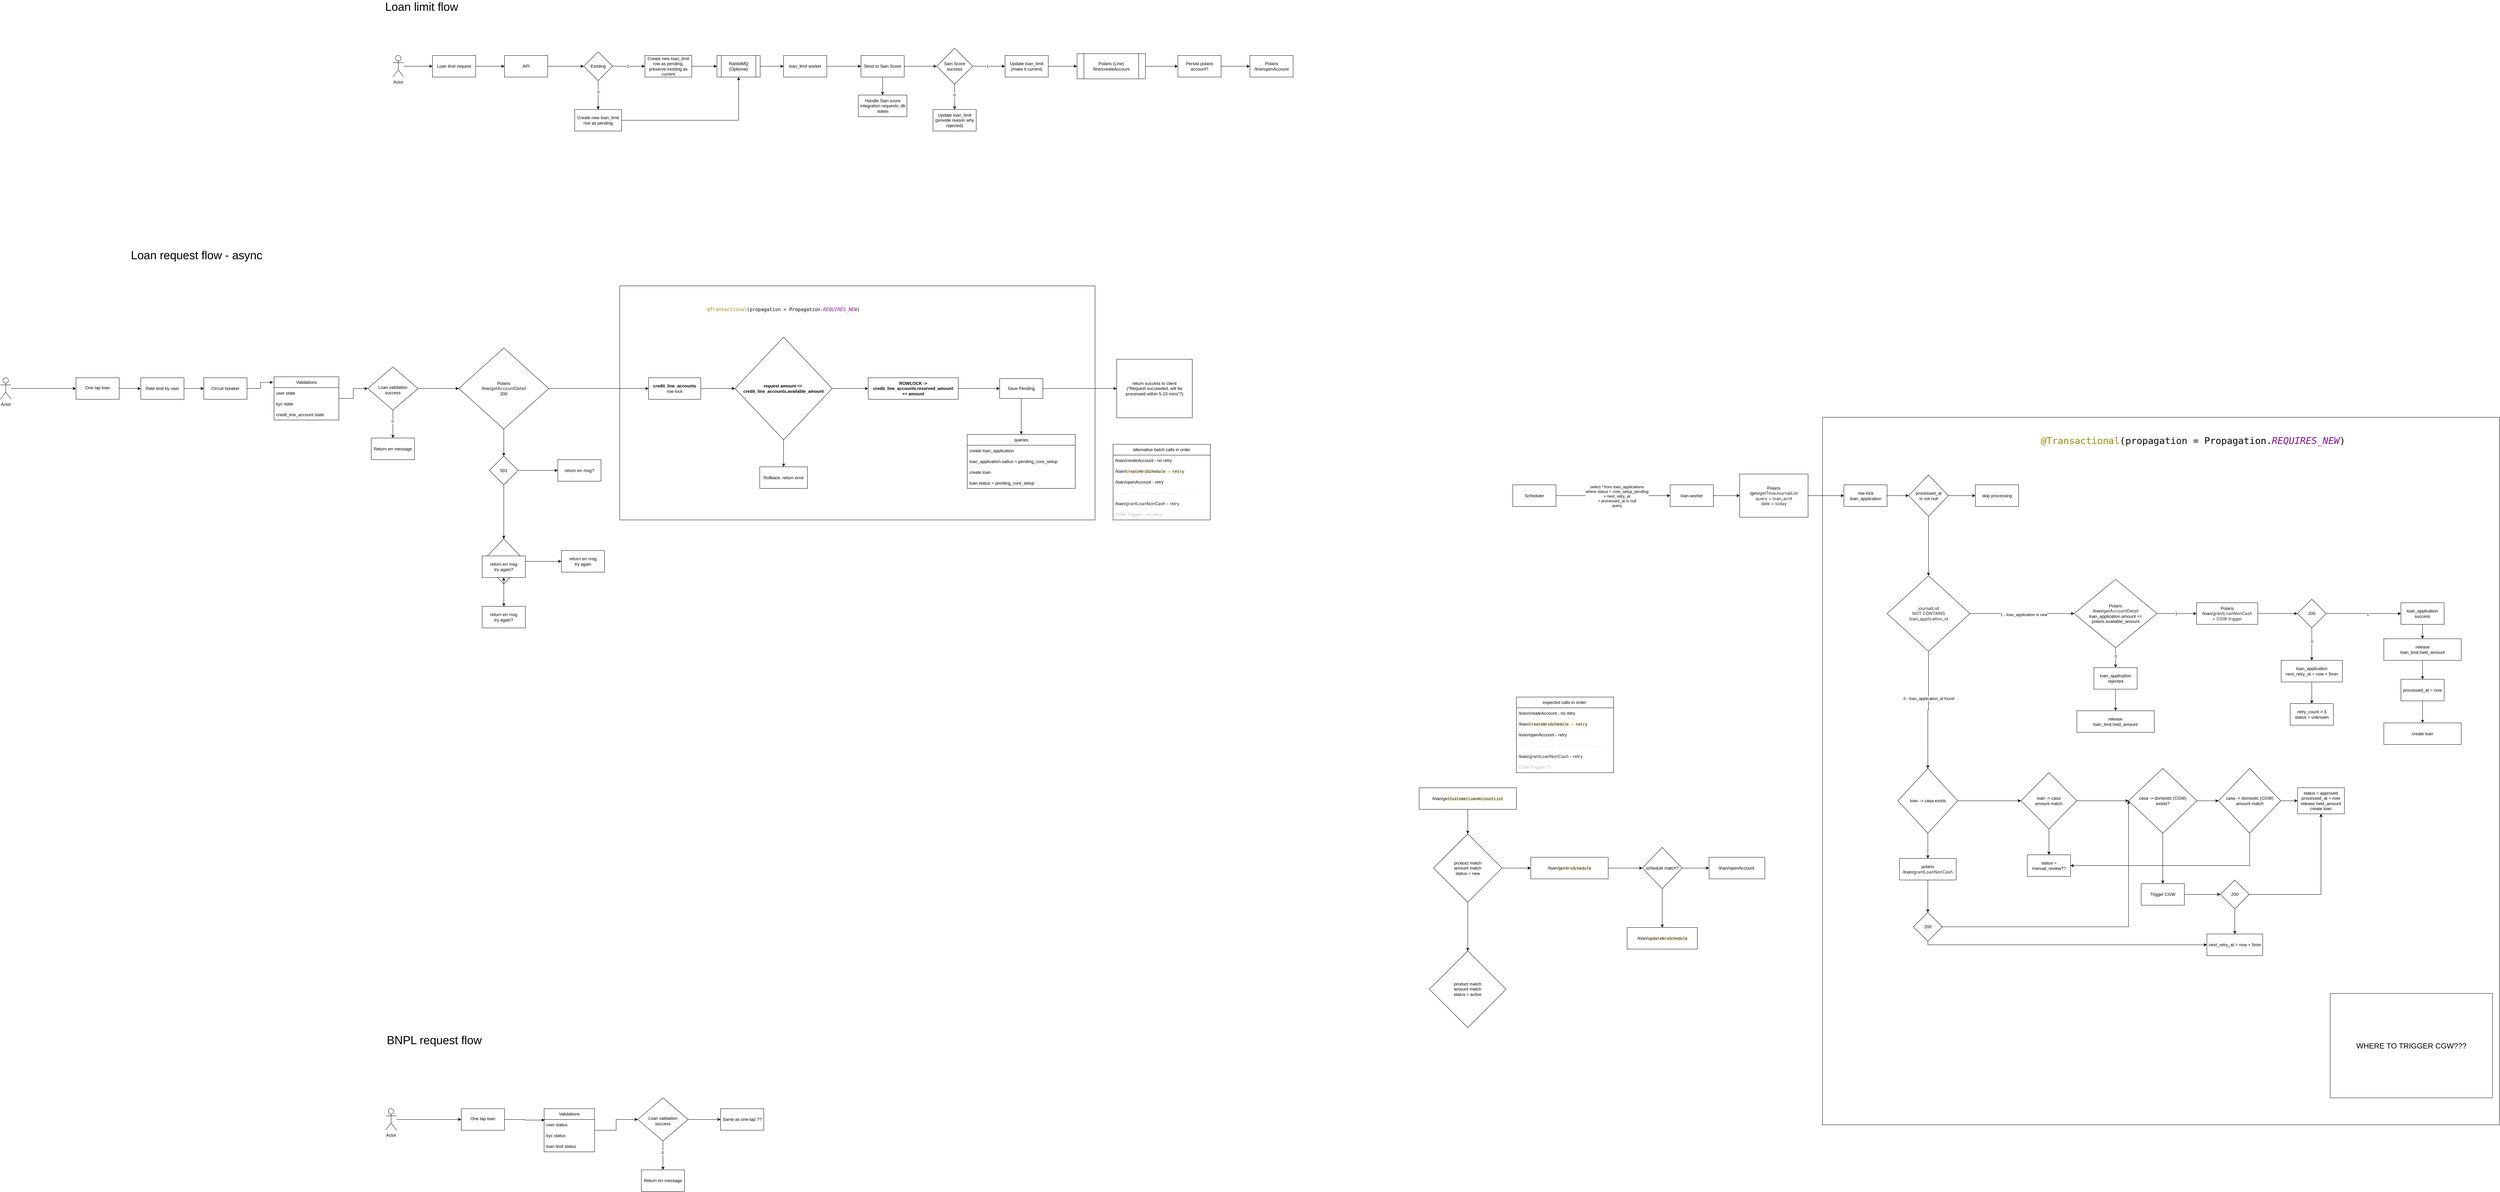
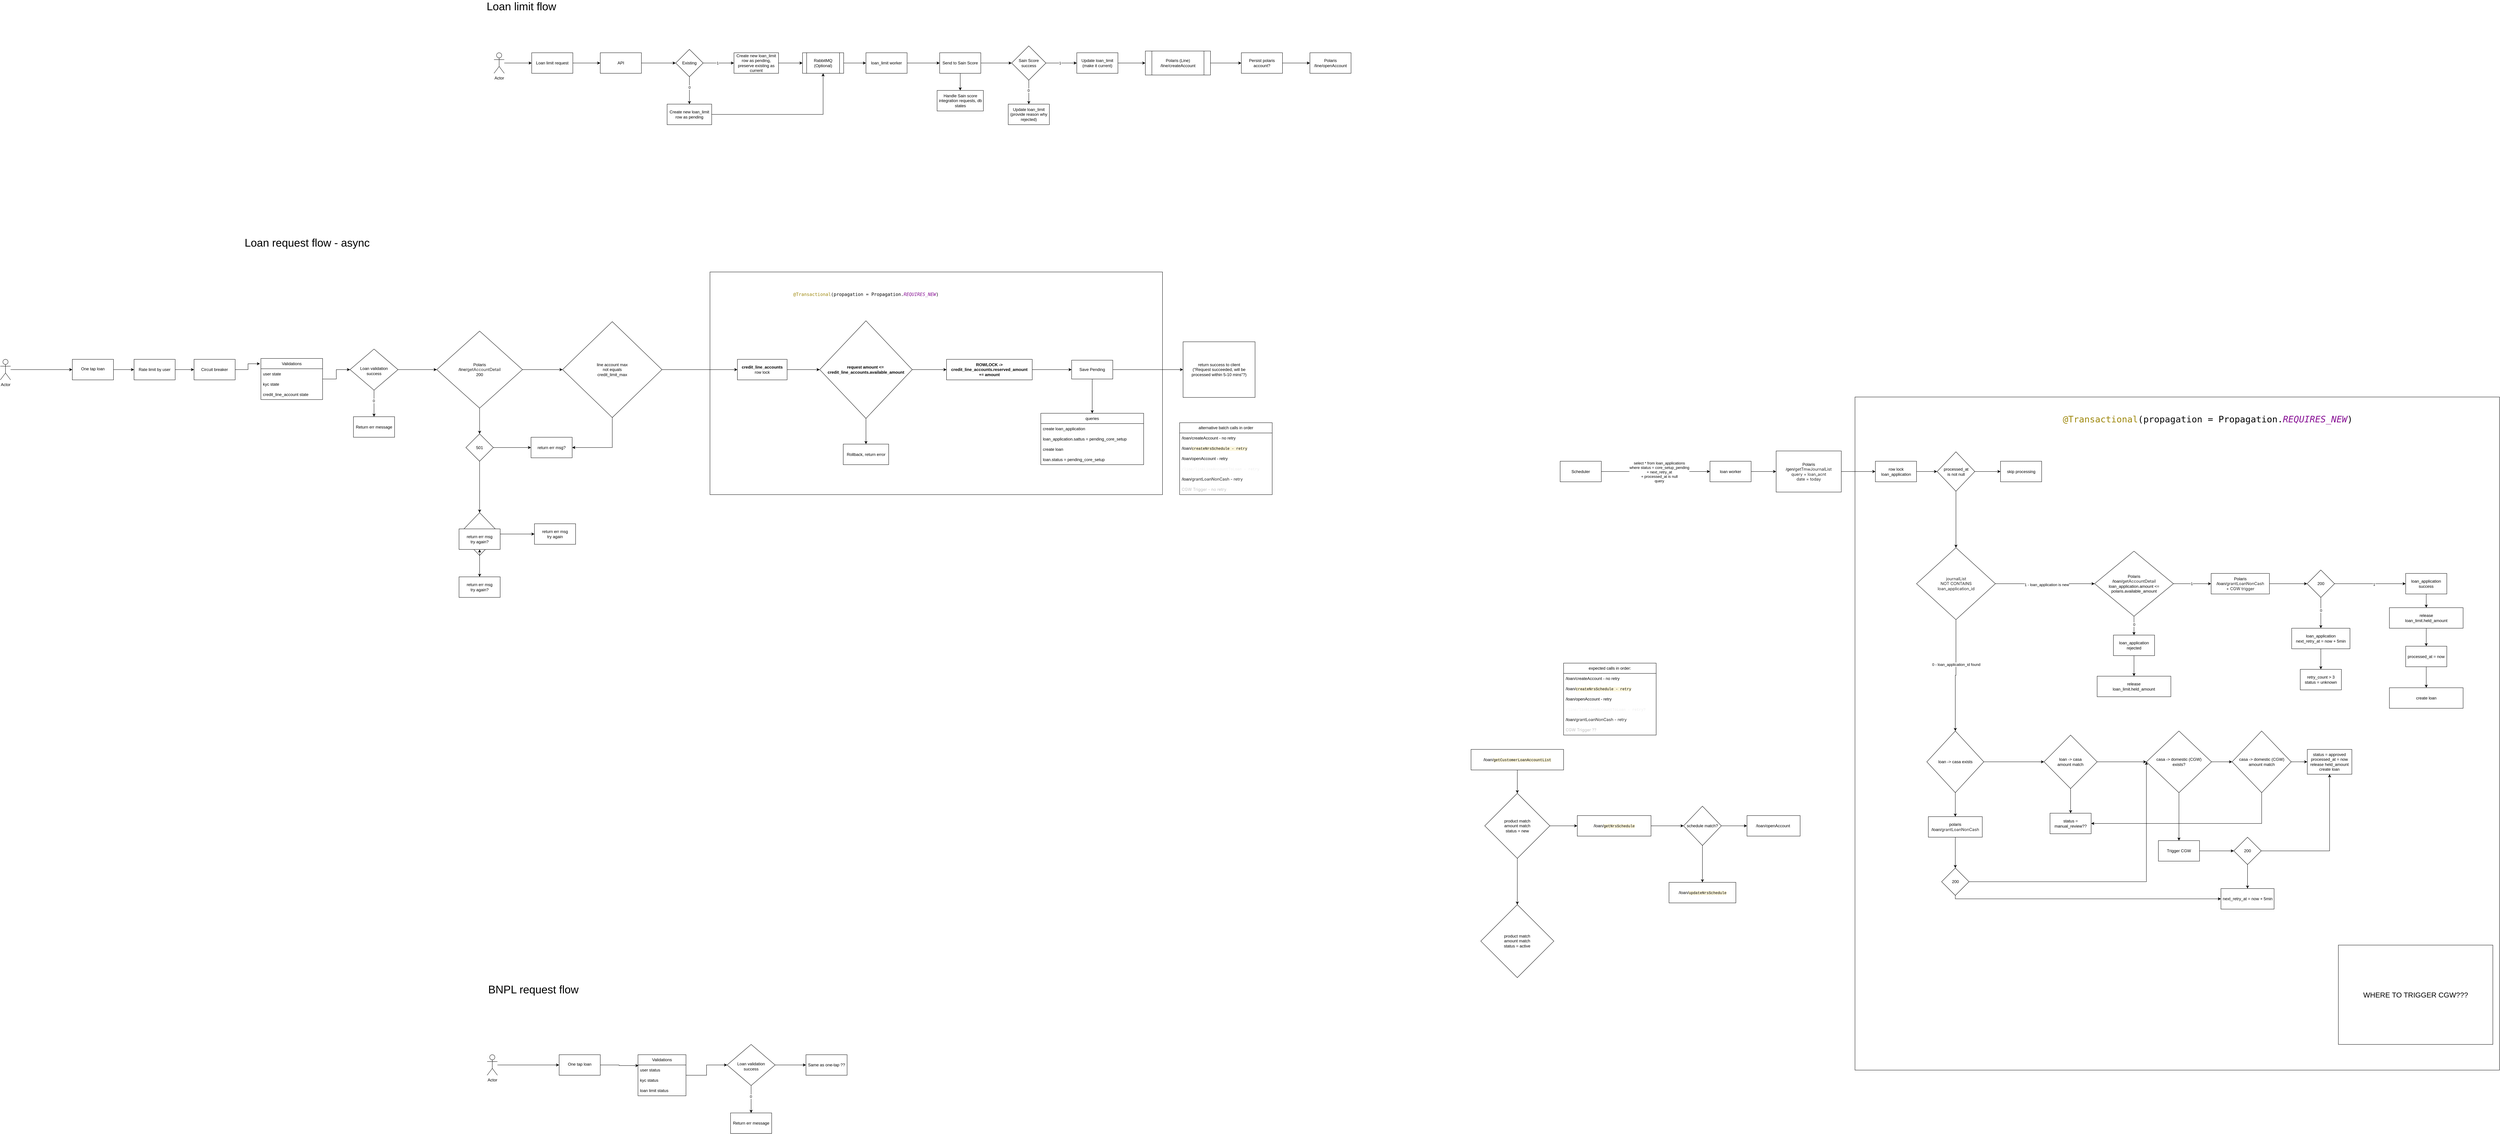
<mxfile host="app.diagrams.net">
  <diagram name="Page-1" id="VCBSuIh8bz7kurrQ0Zaz">
-     <mxGraphModel dx="3374" dy="979" grid="1" gridSize="10" guides="1" tooltips="1" connect="1" arrows="1" fold="1" page="1" pageScale="1" pageWidth="850" pageHeight="1100" math="0" shadow="0">
+     <mxGraphModel dx="3485" dy="1044" grid="1" gridSize="10" guides="1" tooltips="1" connect="1" arrows="1" fold="1" page="1" pageScale="1" pageWidth="850" pageHeight="1100" math="0" shadow="0">
      <root>
        <mxCell id="0" />
        <mxCell id="1" parent="0" />
        <mxCell id="In8fDh9ZLN2M87an2Miy-188" parent="1" style="rounded=0;whiteSpace=wrap;html=1;movable=0;resizable=0;rotatable=0;deletable=0;editable=0;locked=1;connectable=0;" value="" vertex="1">
          <mxGeometry height="1965" width="1880" x="4010" y="1215" as="geometry" />
        </mxCell>
        <mxCell id="In8fDh9ZLN2M87an2Miy-172" parent="1" style="rounded=0;whiteSpace=wrap;html=1;movable=0;resizable=0;rotatable=0;deletable=0;editable=0;locked=1;connectable=0;" value="" vertex="1">
          <mxGeometry height="650" width="1320" x="670" y="850" as="geometry" />
        </mxCell>
        <mxCell id="KqixbsF9o6dLofBvsG9t-5" edge="1" parent="1" source="KqixbsF9o6dLofBvsG9t-1" style="edgeStyle=orthogonalEdgeStyle;rounded=0;orthogonalLoop=1;jettySize=auto;html=1;" target="KqixbsF9o6dLofBvsG9t-4" value="">
          <mxGeometry relative="1" as="geometry" />
        </mxCell>
        <mxCell id="KqixbsF9o6dLofBvsG9t-1" parent="1" style="rounded=0;whiteSpace=wrap;html=1;" value="Loan limit request" vertex="1">
          <mxGeometry height="60" width="120" x="150" y="210" as="geometry" />
        </mxCell>
        <mxCell id="KqixbsF9o6dLofBvsG9t-3" edge="1" parent="1" source="KqixbsF9o6dLofBvsG9t-2" style="edgeStyle=orthogonalEdgeStyle;rounded=0;orthogonalLoop=1;jettySize=auto;html=1;" target="KqixbsF9o6dLofBvsG9t-1" value="">
          <mxGeometry relative="1" as="geometry" />
        </mxCell>
        <mxCell id="KqixbsF9o6dLofBvsG9t-2" parent="1" style="shape=umlActor;verticalLabelPosition=bottom;verticalAlign=top;html=1;outlineConnect=0;" value="Actor" vertex="1">
          <mxGeometry height="60" width="30" x="40" y="210" as="geometry" />
        </mxCell>
        <mxCell id="KqixbsF9o6dLofBvsG9t-9" edge="1" parent="1" source="KqixbsF9o6dLofBvsG9t-4" style="edgeStyle=orthogonalEdgeStyle;rounded=0;orthogonalLoop=1;jettySize=auto;html=1;" target="KqixbsF9o6dLofBvsG9t-8" value="">
          <mxGeometry relative="1" as="geometry" />
        </mxCell>
        <mxCell id="KqixbsF9o6dLofBvsG9t-4" parent="1" style="rounded=0;whiteSpace=wrap;html=1;" value="API" vertex="1">
          <mxGeometry height="60" width="120" x="350" y="210" as="geometry" />
        </mxCell>
        <mxCell id="KqixbsF9o6dLofBvsG9t-11" edge="1" parent="1" source="KqixbsF9o6dLofBvsG9t-8" style="edgeStyle=orthogonalEdgeStyle;rounded=0;orthogonalLoop=1;jettySize=auto;html=1;" target="KqixbsF9o6dLofBvsG9t-10" value="">
          <mxGeometry relative="1" as="geometry" />
        </mxCell>
        <mxCell id="KqixbsF9o6dLofBvsG9t-12" connectable="0" parent="KqixbsF9o6dLofBvsG9t-11" style="edgeLabel;html=1;align=center;verticalAlign=middle;resizable=0;points=[];" value="1" vertex="1">
          <mxGeometry relative="1" x="-0.079" as="geometry">
            <mxPoint as="offset" />
          </mxGeometry>
        </mxCell>
        <mxCell id="KqixbsF9o6dLofBvsG9t-14" edge="1" parent="1" source="KqixbsF9o6dLofBvsG9t-8" style="edgeStyle=orthogonalEdgeStyle;rounded=0;orthogonalLoop=1;jettySize=auto;html=1;" target="KqixbsF9o6dLofBvsG9t-13" value="">
          <mxGeometry relative="1" as="geometry" />
        </mxCell>
        <mxCell id="KqixbsF9o6dLofBvsG9t-15" connectable="0" parent="KqixbsF9o6dLofBvsG9t-14" style="edgeLabel;html=1;align=center;verticalAlign=middle;resizable=0;points=[];" value="0" vertex="1">
          <mxGeometry relative="1" x="-0.2407" as="geometry">
            <mxPoint as="offset" />
          </mxGeometry>
        </mxCell>
        <mxCell id="KqixbsF9o6dLofBvsG9t-8" parent="1" style="rhombus;whiteSpace=wrap;html=1;rounded=0;" value="Existing" vertex="1">
          <mxGeometry height="80" width="80" x="570" y="200" as="geometry" />
        </mxCell>
        <mxCell id="KqixbsF9o6dLofBvsG9t-23" edge="1" parent="1" source="KqixbsF9o6dLofBvsG9t-10" style="edgeStyle=orthogonalEdgeStyle;rounded=0;orthogonalLoop=1;jettySize=auto;html=1;" target="KqixbsF9o6dLofBvsG9t-22" value="">
          <mxGeometry relative="1" as="geometry" />
        </mxCell>
        <mxCell id="KqixbsF9o6dLofBvsG9t-10" parent="1" style="whiteSpace=wrap;html=1;rounded=0;" value="Create new loan_limit row as pending, preserve existing as current" vertex="1">
          <mxGeometry height="60" width="130" x="740" y="210" as="geometry" />
        </mxCell>
        <mxCell id="KqixbsF9o6dLofBvsG9t-26" edge="1" parent="1" source="KqixbsF9o6dLofBvsG9t-13" style="edgeStyle=orthogonalEdgeStyle;rounded=0;orthogonalLoop=1;jettySize=auto;html=1;entryX=0.5;entryY=1;entryDx=0;entryDy=0;" target="KqixbsF9o6dLofBvsG9t-22">
          <mxGeometry relative="1" as="geometry" />
        </mxCell>
        <mxCell id="KqixbsF9o6dLofBvsG9t-13" parent="1" style="whiteSpace=wrap;html=1;rounded=0;" value="Create new loan_limit row as pending" vertex="1">
          <mxGeometry height="60" width="130" x="545" y="360" as="geometry" />
        </mxCell>
        <mxCell id="KqixbsF9o6dLofBvsG9t-25" edge="1" parent="1" source="KqixbsF9o6dLofBvsG9t-22" style="edgeStyle=orthogonalEdgeStyle;rounded=0;orthogonalLoop=1;jettySize=auto;html=1;" target="KqixbsF9o6dLofBvsG9t-24" value="">
          <mxGeometry relative="1" as="geometry" />
        </mxCell>
        <mxCell id="KqixbsF9o6dLofBvsG9t-22" parent="1" style="shape=process;whiteSpace=wrap;html=1;backgroundOutline=1;rounded=0;" value="RabbitMQ (Optional)" vertex="1">
          <mxGeometry height="60" width="120" x="940" y="210" as="geometry" />
        </mxCell>
        <mxCell id="KqixbsF9o6dLofBvsG9t-28" edge="1" parent="1" source="KqixbsF9o6dLofBvsG9t-24" style="edgeStyle=orthogonalEdgeStyle;rounded=0;orthogonalLoop=1;jettySize=auto;html=1;" target="KqixbsF9o6dLofBvsG9t-27" value="">
          <mxGeometry relative="1" as="geometry" />
        </mxCell>
        <mxCell id="KqixbsF9o6dLofBvsG9t-24" parent="1" style="whiteSpace=wrap;html=1;rounded=0;" value="loan_limit worker" vertex="1">
          <mxGeometry height="60" width="120" x="1125" y="210" as="geometry" />
        </mxCell>
        <mxCell id="KqixbsF9o6dLofBvsG9t-30" edge="1" parent="1" source="KqixbsF9o6dLofBvsG9t-27" style="edgeStyle=orthogonalEdgeStyle;rounded=0;orthogonalLoop=1;jettySize=auto;html=1;" target="KqixbsF9o6dLofBvsG9t-29" value="">
          <mxGeometry relative="1" as="geometry" />
        </mxCell>
        <mxCell id="KqixbsF9o6dLofBvsG9t-38" edge="1" parent="1" source="KqixbsF9o6dLofBvsG9t-27" style="edgeStyle=orthogonalEdgeStyle;rounded=0;orthogonalLoop=1;jettySize=auto;html=1;" target="KqixbsF9o6dLofBvsG9t-37" value="">
          <mxGeometry relative="1" as="geometry" />
        </mxCell>
        <mxCell id="KqixbsF9o6dLofBvsG9t-27" parent="1" style="whiteSpace=wrap;html=1;rounded=0;" value="Send to Sain Score" vertex="1">
          <mxGeometry height="60" width="120" x="1340" y="210" as="geometry" />
        </mxCell>
        <mxCell id="KqixbsF9o6dLofBvsG9t-32" edge="1" parent="1" source="KqixbsF9o6dLofBvsG9t-29" style="edgeStyle=orthogonalEdgeStyle;rounded=0;orthogonalLoop=1;jettySize=auto;html=1;" target="KqixbsF9o6dLofBvsG9t-31" value="">
          <mxGeometry relative="1" as="geometry" />
        </mxCell>
        <mxCell id="KqixbsF9o6dLofBvsG9t-33" connectable="0" parent="KqixbsF9o6dLofBvsG9t-32" style="edgeLabel;html=1;align=center;verticalAlign=middle;resizable=0;points=[];" value="1" vertex="1">
          <mxGeometry relative="1" x="-0.1048" as="geometry">
            <mxPoint as="offset" />
          </mxGeometry>
        </mxCell>
        <mxCell id="KqixbsF9o6dLofBvsG9t-35" edge="1" parent="1" source="KqixbsF9o6dLofBvsG9t-29" style="edgeStyle=orthogonalEdgeStyle;rounded=0;orthogonalLoop=1;jettySize=auto;html=1;" target="KqixbsF9o6dLofBvsG9t-34" value="">
          <mxGeometry relative="1" as="geometry" />
        </mxCell>
        <mxCell id="KqixbsF9o6dLofBvsG9t-36" connectable="0" parent="KqixbsF9o6dLofBvsG9t-35" style="edgeLabel;html=1;align=center;verticalAlign=middle;resizable=0;points=[];" value="0" vertex="1">
          <mxGeometry relative="1" x="-0.1429" y="-1" as="geometry">
            <mxPoint as="offset" />
          </mxGeometry>
        </mxCell>
        <mxCell id="KqixbsF9o6dLofBvsG9t-29" parent="1" style="rhombus;whiteSpace=wrap;html=1;rounded=0;" value="Sain Score success" vertex="1">
          <mxGeometry height="100" width="100" x="1550" y="190" as="geometry" />
        </mxCell>
        <mxCell id="KqixbsF9o6dLofBvsG9t-66" edge="1" parent="1" source="KqixbsF9o6dLofBvsG9t-31" style="edgeStyle=orthogonalEdgeStyle;rounded=0;orthogonalLoop=1;jettySize=auto;html=1;" target="KqixbsF9o6dLofBvsG9t-65" value="">
          <mxGeometry relative="1" as="geometry" />
        </mxCell>
        <mxCell id="KqixbsF9o6dLofBvsG9t-31" parent="1" style="whiteSpace=wrap;html=1;rounded=0;" value="Update loan_limit (make it current)" vertex="1">
          <mxGeometry height="60" width="120" x="1740" y="210" as="geometry" />
        </mxCell>
        <mxCell id="KqixbsF9o6dLofBvsG9t-34" parent="1" style="whiteSpace=wrap;html=1;rounded=0;" value="Update loan_limit&lt;br&gt;(provide reason why rejected)" vertex="1">
          <mxGeometry height="60" width="120" x="1540" y="360" as="geometry" />
        </mxCell>
        <mxCell id="KqixbsF9o6dLofBvsG9t-37" parent="1" style="whiteSpace=wrap;html=1;rounded=0;" value="Handle Sain score integration requests, db states" vertex="1">
          <mxGeometry height="60" width="135" x="1332.5" y="320" as="geometry" />
        </mxCell>
        <mxCell id="KqixbsF9o6dLofBvsG9t-40" parent="1" style="text;html=1;whiteSpace=wrap;strokeColor=none;fillColor=none;align=center;verticalAlign=middle;rounded=0;fontSize=32;" value="Loan limit flow" vertex="1">
          <mxGeometry height="30" width="260" x="-10" y="60" as="geometry" />
        </mxCell>
        <mxCell id="KqixbsF9o6dLofBvsG9t-74" edge="1" parent="1" source="KqixbsF9o6dLofBvsG9t-65" style="edgeStyle=orthogonalEdgeStyle;rounded=0;orthogonalLoop=1;jettySize=auto;html=1;" target="KqixbsF9o6dLofBvsG9t-73" value="">
          <mxGeometry relative="1" as="geometry" />
        </mxCell>
        <mxCell id="KqixbsF9o6dLofBvsG9t-65" parent="1" style="shape=process;whiteSpace=wrap;html=1;backgroundOutline=1;rounded=0;" value="Polaris (Line)&lt;br&gt;/line/createAccount" vertex="1">
          <mxGeometry height="70" width="190" x="1940" y="205" as="geometry" />
        </mxCell>
        <mxCell id="P7TJZT1PVnBYbLh7lMs1-4" edge="1" parent="1" source="KqixbsF9o6dLofBvsG9t-73" style="edgeStyle=orthogonalEdgeStyle;rounded=0;orthogonalLoop=1;jettySize=auto;html=1;" target="P7TJZT1PVnBYbLh7lMs1-3" value="">
          <mxGeometry relative="1" as="geometry" />
        </mxCell>
        <mxCell id="KqixbsF9o6dLofBvsG9t-73" parent="1" style="whiteSpace=wrap;html=1;rounded=0;" value="Persist polaris account?" vertex="1">
          <mxGeometry height="60" width="120" x="2220" y="210" as="geometry" />
        </mxCell>
        <mxCell id="U8Ajh8Gpa-m2DNKNFQys-1" parent="1" style="text;html=1;whiteSpace=wrap;strokeColor=none;fillColor=none;align=center;verticalAlign=middle;rounded=0;fontSize=32;" value="Loan request flow - async" vertex="1">
          <mxGeometry height="30" width="590" x="-800" y="750" as="geometry" />
        </mxCell>
        <mxCell id="In8fDh9ZLN2M87an2Miy-1" edge="1" parent="1" source="In8fDh9ZLN2M87an2Miy-2" style="edgeStyle=orthogonalEdgeStyle;rounded=0;orthogonalLoop=1;jettySize=auto;html=1;" target="In8fDh9ZLN2M87an2Miy-4" value="">
          <mxGeometry relative="1" as="geometry" />
        </mxCell>
        <mxCell id="In8fDh9ZLN2M87an2Miy-2" parent="1" style="shape=umlActor;verticalLabelPosition=bottom;verticalAlign=top;html=1;outlineConnect=0;" value="Actor" vertex="1">
-           <mxGeometry height="60" width="30" x="-1050" y="1105" as="geometry" />
+           <mxGeometry height="60" width="30" x="-1400" y="1105" as="geometry" />
        </mxCell>
        <mxCell id="P7TJZT1PVnBYbLh7lMs1-42" edge="1" parent="1" source="In8fDh9ZLN2M87an2Miy-4" style="edgeStyle=orthogonalEdgeStyle;rounded=0;orthogonalLoop=1;jettySize=auto;html=1;" target="P7TJZT1PVnBYbLh7lMs1-41" value="">
          <mxGeometry relative="1" as="geometry" />
        </mxCell>
        <mxCell id="In8fDh9ZLN2M87an2Miy-4" parent="1" style="whiteSpace=wrap;html=1;verticalAlign=top;" value="&lt;div&gt;&lt;br&gt;&lt;/div&gt;&lt;div&gt;One tap loan&lt;/div&gt;" vertex="1">
-           <mxGeometry height="60" width="120" x="-840" y="1105" as="geometry" />
+           <mxGeometry height="60" width="120" x="-1190" y="1105" as="geometry" />
        </mxCell>
        <mxCell id="In8fDh9ZLN2M87an2Miy-7" edge="1" parent="1" source="In8fDh9ZLN2M87an2Miy-9" style="edgeStyle=orthogonalEdgeStyle;rounded=0;orthogonalLoop=1;jettySize=auto;html=1;" target="In8fDh9ZLN2M87an2Miy-13" value="">
          <mxGeometry relative="1" as="geometry" />
        </mxCell>
        <mxCell id="In8fDh9ZLN2M87an2Miy-8" connectable="0" parent="In8fDh9ZLN2M87an2Miy-7" style="edgeLabel;html=1;align=center;verticalAlign=middle;resizable=0;points=[];" value="0" vertex="1">
          <mxGeometry relative="1" x="-0.2091" y="-1" as="geometry">
            <mxPoint as="offset" />
          </mxGeometry>
        </mxCell>
        <mxCell id="P7TJZT1PVnBYbLh7lMs1-56" edge="1" parent="1" source="In8fDh9ZLN2M87an2Miy-9" style="edgeStyle=orthogonalEdgeStyle;rounded=0;orthogonalLoop=1;jettySize=auto;html=1;entryX=0;entryY=0.5;entryDx=0;entryDy=0;" target="In8fDh9ZLN2M87an2Miy-228">
          <mxGeometry relative="1" as="geometry" />
        </mxCell>
        <mxCell id="In8fDh9ZLN2M87an2Miy-9" parent="1" style="rhombus;whiteSpace=wrap;html=1;verticalAlign=top;" value="&lt;br&gt;&lt;br&gt;&lt;div&gt;&lt;br&gt;&lt;/div&gt;&lt;div&gt;Loan validation&lt;br&gt;success&lt;/div&gt;" vertex="1">
-           <mxGeometry height="120" width="140" x="-30" y="1075" as="geometry" />
+           <mxGeometry height="120" width="140" x="-380" y="1075" as="geometry" />
        </mxCell>
        <mxCell id="In8fDh9ZLN2M87an2Miy-10" edge="1" parent="1" source="In8fDh9ZLN2M87an2Miy-12" style="edgeStyle=orthogonalEdgeStyle;rounded=0;orthogonalLoop=1;jettySize=auto;html=1;entryX=0.5;entryY=0;entryDx=0;entryDy=0;" target="In8fDh9ZLN2M87an2Miy-14">
          <mxGeometry relative="1" as="geometry" />
        </mxCell>
        <mxCell id="In8fDh9ZLN2M87an2Miy-54" edge="1" parent="1" source="In8fDh9ZLN2M87an2Miy-105" style="edgeStyle=orthogonalEdgeStyle;rounded=0;orthogonalLoop=1;jettySize=auto;html=1;exitX=1;exitY=0.5;exitDx=0;exitDy=0;" target="In8fDh9ZLN2M87an2Miy-53" value="">
          <mxGeometry relative="1" as="geometry">
            <mxPoint x="3329.5" y="1432.5" as="sourcePoint" />
          </mxGeometry>
        </mxCell>
        <mxCell id="In8fDh9ZLN2M87an2Miy-55" connectable="0" parent="In8fDh9ZLN2M87an2Miy-54" style="edgeLabel;html=1;align=center;verticalAlign=middle;resizable=0;points=[];" value="select * from loan_applications&lt;br&gt;where status = core_setup_pending&lt;br&gt;+ next_retry_at&lt;br&gt;+ processed_at is null&lt;br&gt;query" vertex="1">
          <mxGeometry relative="1" x="0.0637" y="-1" as="geometry">
            <mxPoint as="offset" />
          </mxGeometry>
        </mxCell>
        <mxCell id="In8fDh9ZLN2M87an2Miy-246" edge="1" parent="1" source="In8fDh9ZLN2M87an2Miy-12" style="edgeStyle=orthogonalEdgeStyle;rounded=0;orthogonalLoop=1;jettySize=auto;html=1;entryX=0;entryY=0.5;entryDx=0;entryDy=0;" target="In8fDh9ZLN2M87an2Miy-185">
          <mxGeometry relative="1" as="geometry">
            <mxPoint x="2120" y="1137" as="targetPoint" />
          </mxGeometry>
        </mxCell>
        <mxCell id="In8fDh9ZLN2M87an2Miy-12" parent="1" style="whiteSpace=wrap;html=1;verticalAlign=middle;" value="Save Pending" vertex="1">
          <mxGeometry height="55" width="120" x="1725" y="1107.5" as="geometry" />
        </mxCell>
        <mxCell id="In8fDh9ZLN2M87an2Miy-13" parent="1" style="whiteSpace=wrap;html=1;verticalAlign=middle;" value="Return err message" vertex="1">
-           <mxGeometry height="60" width="120" x="-20" y="1272.5" as="geometry" />
+           <mxGeometry height="60" width="120" x="-370" y="1272.5" as="geometry" />
        </mxCell>
        <mxCell id="In8fDh9ZLN2M87an2Miy-14" parent="1" style="swimlane;fontStyle=0;childLayout=stackLayout;horizontal=1;startSize=30;horizontalStack=0;resizeParent=1;resizeParentMax=0;resizeLast=0;collapsible=1;marginBottom=0;whiteSpace=wrap;html=1;" value="queries" vertex="1">
          <mxGeometry height="150" width="300" x="1635" y="1262.5" as="geometry" />
        </mxCell>
        <mxCell id="In8fDh9ZLN2M87an2Miy-15" parent="In8fDh9ZLN2M87an2Miy-14" style="text;strokeColor=none;fillColor=none;align=left;verticalAlign=middle;spacingLeft=4;spacingRight=4;overflow=hidden;points=[[0,0.5],[1,0.5]];portConstraint=eastwest;rotatable=0;whiteSpace=wrap;html=1;" value="create loan_application" vertex="1">
          <mxGeometry height="30" width="300" y="30" as="geometry" />
        </mxCell>
        <mxCell id="In8fDh9ZLN2M87an2Miy-104" parent="In8fDh9ZLN2M87an2Miy-14" style="text;strokeColor=none;fillColor=none;align=left;verticalAlign=middle;spacingLeft=4;spacingRight=4;overflow=hidden;points=[[0,0.5],[1,0.5]];portConstraint=eastwest;rotatable=0;whiteSpace=wrap;html=1;" value="loan_application.sattus = pending_core_setup" vertex="1">
          <mxGeometry height="30" width="300" y="60" as="geometry" />
        </mxCell>
        <mxCell id="In8fDh9ZLN2M87an2Miy-17" parent="In8fDh9ZLN2M87an2Miy-14" style="text;strokeColor=none;fillColor=none;align=left;verticalAlign=middle;spacingLeft=4;spacingRight=4;overflow=hidden;points=[[0,0.5],[1,0.5]];portConstraint=eastwest;rotatable=0;whiteSpace=wrap;html=1;" value="create loan" vertex="1">
          <mxGeometry height="30" width="300" y="90" as="geometry" />
        </mxCell>
        <mxCell id="P7TJZT1PVnBYbLh7lMs1-40" parent="In8fDh9ZLN2M87an2Miy-14" style="text;strokeColor=none;fillColor=none;align=left;verticalAlign=middle;spacingLeft=4;spacingRight=4;overflow=hidden;points=[[0,0.5],[1,0.5]];portConstraint=eastwest;rotatable=0;whiteSpace=wrap;html=1;" value="loan.status = pending_core_setup" vertex="1">
          <mxGeometry height="30" width="300" y="120" as="geometry" />
        </mxCell>
        <mxCell id="In8fDh9ZLN2M87an2Miy-32" edge="1" parent="1" source="In8fDh9ZLN2M87an2Miy-27" style="edgeStyle=orthogonalEdgeStyle;rounded=0;orthogonalLoop=1;jettySize=auto;html=1;entryX=0;entryY=0.5;entryDx=0;entryDy=0;" target="In8fDh9ZLN2M87an2Miy-9">
          <mxGeometry relative="1" as="geometry" />
        </mxCell>
        <mxCell id="In8fDh9ZLN2M87an2Miy-27" parent="1" style="swimlane;fontStyle=0;childLayout=stackLayout;horizontal=1;startSize=30;horizontalStack=0;resizeParent=1;resizeParentMax=0;resizeLast=0;collapsible=1;marginBottom=0;whiteSpace=wrap;html=1;" value="Validations" vertex="1">
-           <mxGeometry height="120" width="180" x="-290" y="1102.5" as="geometry" />
+           <mxGeometry height="120" width="180" x="-640" y="1102.5" as="geometry" />
        </mxCell>
        <mxCell id="In8fDh9ZLN2M87an2Miy-28" parent="In8fDh9ZLN2M87an2Miy-27" style="text;strokeColor=none;fillColor=none;align=left;verticalAlign=middle;spacingLeft=4;spacingRight=4;overflow=hidden;points=[[0,0.5],[1,0.5]];portConstraint=eastwest;rotatable=0;whiteSpace=wrap;html=1;" value="user state" vertex="1">
          <mxGeometry height="30" width="180" y="30" as="geometry" />
        </mxCell>
        <mxCell id="In8fDh9ZLN2M87an2Miy-29" parent="In8fDh9ZLN2M87an2Miy-27" style="text;strokeColor=none;fillColor=none;align=left;verticalAlign=middle;spacingLeft=4;spacingRight=4;overflow=hidden;points=[[0,0.5],[1,0.5]];portConstraint=eastwest;rotatable=0;whiteSpace=wrap;html=1;" value="kyc state" vertex="1">
          <mxGeometry height="30" width="180" y="60" as="geometry" />
        </mxCell>
        <mxCell id="In8fDh9ZLN2M87an2Miy-33" parent="In8fDh9ZLN2M87an2Miy-27" style="text;strokeColor=none;fillColor=none;align=left;verticalAlign=middle;spacingLeft=4;spacingRight=4;overflow=hidden;points=[[0,0.5],[1,0.5]];portConstraint=eastwest;rotatable=0;whiteSpace=wrap;html=1;" value="credit_line_account state" vertex="1">
          <mxGeometry height="30" width="180" y="90" as="geometry" />
        </mxCell>
        <mxCell id="In8fDh9ZLN2M87an2Miy-116" edge="1" parent="1" source="In8fDh9ZLN2M87an2Miy-53" style="edgeStyle=orthogonalEdgeStyle;rounded=0;orthogonalLoop=1;jettySize=auto;html=1;entryX=0;entryY=0.5;entryDx=0;entryDy=0;" target="In8fDh9ZLN2M87an2Miy-68">
          <mxGeometry relative="1" as="geometry" />
        </mxCell>
        <mxCell id="In8fDh9ZLN2M87an2Miy-53" parent="1" style="whiteSpace=wrap;html=1;" value="loan worker" vertex="1">
          <mxGeometry height="60" width="120" x="3587" y="1402.5" as="geometry" />
        </mxCell>
        <mxCell id="In8fDh9ZLN2M87an2Miy-67" edge="1" parent="1" source="In8fDh9ZLN2M87an2Miy-58" style="edgeStyle=orthogonalEdgeStyle;rounded=0;orthogonalLoop=1;jettySize=auto;html=1;entryX=0;entryY=0.5;entryDx=0;entryDy=0;" target="In8fDh9ZLN2M87an2Miy-66" value="">
          <mxGeometry relative="1" as="geometry">
            <mxPoint x="5343.87" y="1760" as="targetPoint" />
          </mxGeometry>
        </mxCell>
        <mxCell id="In8fDh9ZLN2M87an2Miy-58" parent="1" style="whiteSpace=wrap;html=1;" value="Polaris /loan/&lt;span style=&quot;color: rgb(33, 33, 33); font-family: Inter, system-ui, -apple-system, &amp;quot;system-ui&amp;quot;, &amp;quot;Segoe UI&amp;quot;, Roboto, Oxygen, Ubuntu, Cantarell, &amp;quot;Fira Sans&amp;quot;, &amp;quot;Droid Sans&amp;quot;, Helvetica, Arial, sans-serif; text-align: left; white-space: pre-wrap; background-color: rgb(255, 255, 255);&quot;&gt;grantLoanNonCash&lt;br/&gt;+ CGW trigger&lt;/span&gt;" vertex="1">
          <mxGeometry height="60" width="170" x="5048.87" y="1730" as="geometry" />
        </mxCell>
        <mxCell id="In8fDh9ZLN2M87an2Miy-62" edge="1" parent="1" source="In8fDh9ZLN2M87an2Miy-59" style="edgeStyle=orthogonalEdgeStyle;rounded=0;orthogonalLoop=1;jettySize=auto;html=1;" target="In8fDh9ZLN2M87an2Miy-61" value="">
          <mxGeometry relative="1" as="geometry" />
        </mxCell>
        <mxCell id="In8fDh9ZLN2M87an2Miy-91" connectable="0" parent="In8fDh9ZLN2M87an2Miy-62" style="edgeLabel;html=1;align=center;verticalAlign=middle;resizable=0;points=[];" value="0" vertex="1">
          <mxGeometry relative="1" x="-0.1431" as="geometry">
            <mxPoint as="offset" />
          </mxGeometry>
        </mxCell>
        <mxCell id="In8fDh9ZLN2M87an2Miy-65" edge="1" parent="1" source="In8fDh9ZLN2M87an2Miy-59" style="edgeStyle=orthogonalEdgeStyle;rounded=0;orthogonalLoop=1;jettySize=auto;html=1;" target="In8fDh9ZLN2M87an2Miy-58">
          <mxGeometry relative="1" as="geometry" />
        </mxCell>
        <mxCell id="In8fDh9ZLN2M87an2Miy-90" connectable="0" parent="In8fDh9ZLN2M87an2Miy-65" style="edgeLabel;html=1;align=center;verticalAlign=middle;resizable=0;points=[];" value="1" vertex="1">
          <mxGeometry relative="1" x="-0.0451" as="geometry">
            <mxPoint as="offset" />
          </mxGeometry>
        </mxCell>
        <mxCell id="In8fDh9ZLN2M87an2Miy-59" parent="1" style="rhombus;whiteSpace=wrap;html=1;" value="Polaris&lt;br&gt;/loan/&lt;span style=&quot;color: rgb(33, 33, 33); font-family: Inter, system-ui, -apple-system, &amp;quot;system-ui&amp;quot;, &amp;quot;Segoe UI&amp;quot;, Roboto, Oxygen, Ubuntu, Cantarell, &amp;quot;Fira Sans&amp;quot;, &amp;quot;Droid Sans&amp;quot;, Helvetica, Arial, sans-serif; text-align: left; white-space: pre-wrap; background-color: rgb(255, 255, 255);&quot;&gt;getAccountDetail&lt;/span&gt;&lt;br&gt;loan_application.amount &amp;lt;= polaris.available_amount" vertex="1">
          <mxGeometry height="190" width="230" x="4708.87" y="1665" as="geometry" />
        </mxCell>
        <mxCell id="In8fDh9ZLN2M87an2Miy-64" edge="1" parent="1" source="In8fDh9ZLN2M87an2Miy-61" style="edgeStyle=orthogonalEdgeStyle;rounded=0;orthogonalLoop=1;jettySize=auto;html=1;" target="In8fDh9ZLN2M87an2Miy-63" value="">
          <mxGeometry relative="1" as="geometry" />
        </mxCell>
        <mxCell id="In8fDh9ZLN2M87an2Miy-61" parent="1" style="whiteSpace=wrap;html=1;" value="loan_application&lt;br&gt;rejected" vertex="1">
          <mxGeometry height="60" width="120" x="4763.87" y="1910" as="geometry" />
        </mxCell>
        <mxCell id="In8fDh9ZLN2M87an2Miy-63" parent="1" style="whiteSpace=wrap;html=1;" value="release &lt;br&gt;loan_limit.held_amount" vertex="1">
          <mxGeometry height="60" width="215" x="4716.37" y="2030" as="geometry" />
        </mxCell>
        <mxCell id="In8fDh9ZLN2M87an2Miy-81" edge="1" parent="1" source="In8fDh9ZLN2M87an2Miy-66" style="edgeStyle=orthogonalEdgeStyle;rounded=0;orthogonalLoop=1;jettySize=auto;html=1;entryX=0;entryY=0.5;entryDx=0;entryDy=0;" target="In8fDh9ZLN2M87an2Miy-79">
          <mxGeometry relative="1" as="geometry" />
        </mxCell>
        <mxCell id="In8fDh9ZLN2M87an2Miy-92" connectable="0" parent="In8fDh9ZLN2M87an2Miy-81" style="edgeLabel;html=1;align=center;verticalAlign=middle;resizable=0;points=[];" value="1" vertex="1">
          <mxGeometry relative="1" x="0.1055" y="-2" as="geometry">
            <mxPoint as="offset" />
          </mxGeometry>
        </mxCell>
        <mxCell id="In8fDh9ZLN2M87an2Miy-83" edge="1" parent="1" source="In8fDh9ZLN2M87an2Miy-66" style="edgeStyle=orthogonalEdgeStyle;rounded=0;orthogonalLoop=1;jettySize=auto;html=1;" target="In8fDh9ZLN2M87an2Miy-82" value="">
          <mxGeometry relative="1" as="geometry" />
        </mxCell>
        <mxCell id="In8fDh9ZLN2M87an2Miy-93" connectable="0" parent="In8fDh9ZLN2M87an2Miy-83" style="edgeLabel;html=1;align=center;verticalAlign=middle;resizable=0;points=[];" value="0" vertex="1">
          <mxGeometry relative="1" x="-0.1623" as="geometry">
            <mxPoint as="offset" />
          </mxGeometry>
        </mxCell>
        <mxCell id="In8fDh9ZLN2M87an2Miy-66" parent="1" style="rhombus;whiteSpace=wrap;html=1;" value="200" vertex="1">
          <mxGeometry height="80" width="80" x="5328.87" y="1720" as="geometry" />
        </mxCell>
        <mxCell id="In8fDh9ZLN2M87an2Miy-119" edge="1" parent="1" source="In8fDh9ZLN2M87an2Miy-68" style="edgeStyle=orthogonalEdgeStyle;rounded=0;orthogonalLoop=1;jettySize=auto;html=1;" target="In8fDh9ZLN2M87an2Miy-118" value="">
          <mxGeometry relative="1" as="geometry" />
        </mxCell>
        <mxCell id="In8fDh9ZLN2M87an2Miy-68" parent="1" style="whiteSpace=wrap;html=1;" value="Polaris&lt;br&gt;/gen/&lt;span style=&quot;white-space: pre-wrap; color: rgb(33, 33, 33); font-family: Inter, system-ui, -apple-system, &amp;quot;system-ui&amp;quot;, &amp;quot;Segoe UI&amp;quot;, Roboto, Oxygen, Ubuntu, Cantarell, &amp;quot;Fira Sans&amp;quot;, &amp;quot;Droid Sans&amp;quot;, Helvetica, Arial, sans-serif; text-align: left; background-color: rgb(255, 255, 255);&quot;&gt;getTmwJournalList&lt;br&gt;query = loan_acnt&lt;br/&gt;date = today&lt;/span&gt;" vertex="1">
          <mxGeometry height="120" width="190" x="3780" y="1372.5" as="geometry" />
        </mxCell>
        <mxCell id="In8fDh9ZLN2M87an2Miy-71" edge="1" parent="1" source="In8fDh9ZLN2M87an2Miy-69" style="edgeStyle=orthogonalEdgeStyle;rounded=0;orthogonalLoop=1;jettySize=auto;html=1;entryX=0;entryY=0.5;entryDx=0;entryDy=0;" target="In8fDh9ZLN2M87an2Miy-59">
          <mxGeometry relative="1" as="geometry" />
        </mxCell>
        <mxCell id="In8fDh9ZLN2M87an2Miy-77" connectable="0" parent="In8fDh9ZLN2M87an2Miy-71" style="edgeLabel;html=1;align=center;verticalAlign=middle;resizable=0;points=[];" value="1 - loan_application is new" vertex="1">
          <mxGeometry relative="1" x="0.0312" y="-3" as="geometry">
            <mxPoint as="offset" />
          </mxGeometry>
        </mxCell>
        <mxCell id="In8fDh9ZLN2M87an2Miy-73" edge="1" parent="1" source="In8fDh9ZLN2M87an2Miy-69" style="edgeStyle=orthogonalEdgeStyle;rounded=0;orthogonalLoop=1;jettySize=auto;html=1;entryX=0.5;entryY=0;entryDx=0;entryDy=0;" target="In8fDh9ZLN2M87an2Miy-111" value="">
          <mxGeometry relative="1" as="geometry">
            <mxPoint x="4303.87" y="1960" as="targetPoint" />
          </mxGeometry>
        </mxCell>
        <mxCell id="In8fDh9ZLN2M87an2Miy-74" connectable="0" parent="In8fDh9ZLN2M87an2Miy-73" style="edgeLabel;html=1;align=center;verticalAlign=middle;resizable=0;points=[];" value="0 - loan_application_id found" vertex="1">
          <mxGeometry relative="1" x="-0.1975" as="geometry">
            <mxPoint as="offset" />
          </mxGeometry>
        </mxCell>
        <mxCell id="In8fDh9ZLN2M87an2Miy-69" parent="1" style="rhombus;whiteSpace=wrap;html=1;verticalAlign=middle;" value="&lt;div style=&quot;text-align: center;&quot;&gt;&lt;span style=&quot;background-color: light-dark(rgb(255, 255, 255), rgb(18, 18, 18)); color: light-dark(rgb(33, 33, 33), rgb(209, 209, 209)); font-family: Inter, system-ui, -apple-system, &amp;quot;system-ui&amp;quot;, &amp;quot;Segoe UI&amp;quot;, Roboto, Oxygen, Ubuntu, Cantarell, &amp;quot;Fira Sans&amp;quot;, &amp;quot;Droid Sans&amp;quot;, Helvetica, Arial, sans-serif; text-align: left; white-space: pre-wrap;&quot;&gt;journalList&lt;br&gt;NOT CONTAINS&lt;/span&gt;&lt;/div&gt;&lt;span style=&quot;white-space: pre-wrap; color: rgb(33, 33, 33); font-family: Inter, system-ui, -apple-system, &amp;quot;system-ui&amp;quot;, &amp;quot;Segoe UI&amp;quot;, Roboto, Oxygen, Ubuntu, Cantarell, &amp;quot;Fira Sans&amp;quot;, &amp;quot;Droid Sans&amp;quot;, Helvetica, Arial, sans-serif; text-align: left; background-color: rgb(255, 255, 255);&quot;&gt;loan_application_id&lt;/span&gt;" vertex="1">
          <mxGeometry height="210" width="230" x="4189.5" y="1655" as="geometry" />
        </mxCell>
        <mxCell id="In8fDh9ZLN2M87an2Miy-78" edge="1" parent="1" source="In8fDh9ZLN2M87an2Miy-79" style="edgeStyle=orthogonalEdgeStyle;rounded=0;orthogonalLoop=1;jettySize=auto;html=1;" target="In8fDh9ZLN2M87an2Miy-80" value="">
          <mxGeometry relative="1" as="geometry" />
        </mxCell>
        <mxCell id="In8fDh9ZLN2M87an2Miy-79" parent="1" style="whiteSpace=wrap;html=1;" value="loan_application&lt;br&gt;success" vertex="1">
          <mxGeometry height="60" width="120" x="5616.37" y="1730" as="geometry" />
        </mxCell>
        <mxCell id="In8fDh9ZLN2M87an2Miy-132" edge="1" parent="1" source="In8fDh9ZLN2M87an2Miy-80" style="edgeStyle=orthogonalEdgeStyle;rounded=0;orthogonalLoop=1;jettySize=auto;html=1;" target="In8fDh9ZLN2M87an2Miy-131" value="">
          <mxGeometry relative="1" as="geometry" />
        </mxCell>
        <mxCell id="In8fDh9ZLN2M87an2Miy-80" parent="1" style="whiteSpace=wrap;html=1;" value="release &lt;br&gt;loan_limit.held_amount" vertex="1">
          <mxGeometry height="60" width="215" x="5568.87" y="1830" as="geometry" />
        </mxCell>
        <mxCell id="In8fDh9ZLN2M87an2Miy-95" edge="1" parent="1" source="In8fDh9ZLN2M87an2Miy-82" style="edgeStyle=orthogonalEdgeStyle;rounded=0;orthogonalLoop=1;jettySize=auto;html=1;" target="In8fDh9ZLN2M87an2Miy-94" value="">
          <mxGeometry relative="1" as="geometry" />
        </mxCell>
        <mxCell id="In8fDh9ZLN2M87an2Miy-82" parent="1" style="whiteSpace=wrap;html=1;" value="loan_application&lt;br&gt;next_retry_at = now + 5min" vertex="1">
          <mxGeometry height="60" width="170" x="5283.87" y="1890" as="geometry" />
        </mxCell>
        <mxCell id="In8fDh9ZLN2M87an2Miy-88" parent="1" style="whiteSpace=wrap;html=1;" value="create loan" vertex="1">
          <mxGeometry height="60" width="215" x="5568.87" y="2063.75" as="geometry" />
        </mxCell>
        <mxCell id="In8fDh9ZLN2M87an2Miy-94" parent="1" style="whiteSpace=wrap;html=1;" value="retry_count &amp;gt; 3&lt;br&gt;status = unknown" vertex="1">
          <mxGeometry height="60" width="120" x="5308.87" y="2010" as="geometry" />
        </mxCell>
        <mxCell id="In8fDh9ZLN2M87an2Miy-105" parent="1" style="rounded=0;whiteSpace=wrap;html=1;" value="Scheduler" vertex="1">
          <mxGeometry height="60" width="120" x="3150" y="1402.5" as="geometry" />
        </mxCell>
        <mxCell id="In8fDh9ZLN2M87an2Miy-127" edge="1" parent="1" source="In8fDh9ZLN2M87an2Miy-111" style="edgeStyle=orthogonalEdgeStyle;rounded=0;orthogonalLoop=1;jettySize=auto;html=1;" target="In8fDh9ZLN2M87an2Miy-126" value="">
          <mxGeometry relative="1" as="geometry" />
        </mxCell>
        <mxCell id="In8fDh9ZLN2M87an2Miy-135" edge="1" parent="1" source="In8fDh9ZLN2M87an2Miy-111" style="edgeStyle=orthogonalEdgeStyle;rounded=0;orthogonalLoop=1;jettySize=auto;html=1;entryX=0;entryY=0.5;entryDx=0;entryDy=0;" target="In8fDh9ZLN2M87an2Miy-222">
          <mxGeometry relative="1" as="geometry">
            <mxPoint x="4520" y="2280" as="targetPoint" />
          </mxGeometry>
        </mxCell>
        <mxCell id="In8fDh9ZLN2M87an2Miy-111" parent="1" style="rhombus;whiteSpace=wrap;html=1;" value="loan -&amp;gt; casa exists" vertex="1">
          <mxGeometry height="180" width="166.25" x="4219.5" y="2190" as="geometry" />
        </mxCell>
        <mxCell id="In8fDh9ZLN2M87an2Miy-113" parent="1" style="whiteSpace=wrap;html=1;" value="status = approved&lt;br&gt;processed_at = now&lt;br&gt;release held_amount&lt;br&gt;create loan" vertex="1">
          <mxGeometry height="72.5" width="130" x="5329.37" y="2243.75" as="geometry" />
        </mxCell>
        <mxCell id="In8fDh9ZLN2M87an2Miy-122" edge="1" parent="1" source="In8fDh9ZLN2M87an2Miy-118" style="edgeStyle=orthogonalEdgeStyle;rounded=0;orthogonalLoop=1;jettySize=auto;html=1;" target="In8fDh9ZLN2M87an2Miy-121" value="">
          <mxGeometry relative="1" as="geometry" />
        </mxCell>
        <mxCell id="In8fDh9ZLN2M87an2Miy-118" parent="1" style="whiteSpace=wrap;html=1;" value="row lock&lt;br&gt;loan_application" vertex="1">
          <mxGeometry height="60" width="120" x="4069.5" y="1402.5" as="geometry" />
        </mxCell>
        <mxCell id="In8fDh9ZLN2M87an2Miy-124" edge="1" parent="1" source="In8fDh9ZLN2M87an2Miy-121" style="edgeStyle=orthogonalEdgeStyle;rounded=0;orthogonalLoop=1;jettySize=auto;html=1;" target="In8fDh9ZLN2M87an2Miy-123" value="">
          <mxGeometry relative="1" as="geometry" />
        </mxCell>
        <mxCell id="In8fDh9ZLN2M87an2Miy-125" edge="1" parent="1" source="In8fDh9ZLN2M87an2Miy-121" style="edgeStyle=orthogonalEdgeStyle;rounded=0;orthogonalLoop=1;jettySize=auto;html=1;entryX=0.5;entryY=0;entryDx=0;entryDy=0;" target="In8fDh9ZLN2M87an2Miy-69">
          <mxGeometry relative="1" as="geometry" />
        </mxCell>
        <mxCell id="In8fDh9ZLN2M87an2Miy-121" parent="1" style="rhombus;whiteSpace=wrap;html=1;" value="processed_at &lt;br&gt;is not null" vertex="1">
          <mxGeometry height="115" width="110" x="4249.5" y="1375" as="geometry" />
        </mxCell>
        <mxCell id="In8fDh9ZLN2M87an2Miy-123" parent="1" style="whiteSpace=wrap;html=1;" value="skip processing" vertex="1">
          <mxGeometry height="60" width="120" x="4434.5" y="1402.5" as="geometry" />
        </mxCell>
        <mxCell id="In8fDh9ZLN2M87an2Miy-216" edge="1" parent="1" source="In8fDh9ZLN2M87an2Miy-126" style="edgeStyle=orthogonalEdgeStyle;rounded=0;orthogonalLoop=1;jettySize=auto;html=1;entryX=0.5;entryY=0;entryDx=0;entryDy=0;" target="In8fDh9ZLN2M87an2Miy-214">
          <mxGeometry relative="1" as="geometry" />
        </mxCell>
        <mxCell id="In8fDh9ZLN2M87an2Miy-126" parent="1" style="whiteSpace=wrap;html=1;" value="polaris&lt;br&gt;/loan/&lt;span style=&quot;white-space: pre-wrap; color: rgb(33, 33, 33); font-family: Inter, system-ui, -apple-system, &amp;quot;system-ui&amp;quot;, &amp;quot;Segoe UI&amp;quot;, Roboto, Oxygen, Ubuntu, Cantarell, &amp;quot;Fira Sans&amp;quot;, &amp;quot;Droid Sans&amp;quot;, Helvetica, Arial, sans-serif; text-align: left; background-color: rgb(255, 255, 255);&quot;&gt;grantLoanNonCash&lt;/span&gt;" vertex="1">
          <mxGeometry height="60" width="157.38" x="4223.93" y="2440" as="geometry" />
        </mxCell>
        <mxCell id="In8fDh9ZLN2M87an2Miy-130" parent="1" style="rounded=0;whiteSpace=wrap;html=1;fontSize=21;" value="WHERE TO TRIGGER CGW???" vertex="1">
          <mxGeometry height="290" width="450.63" x="5420" y="2815" as="geometry" />
        </mxCell>
        <mxCell id="In8fDh9ZLN2M87an2Miy-133" edge="1" parent="1" source="In8fDh9ZLN2M87an2Miy-131" style="edgeStyle=orthogonalEdgeStyle;rounded=0;orthogonalLoop=1;jettySize=auto;html=1;" target="In8fDh9ZLN2M87an2Miy-88" value="">
          <mxGeometry relative="1" as="geometry" />
        </mxCell>
        <mxCell id="In8fDh9ZLN2M87an2Miy-131" parent="1" style="whiteSpace=wrap;html=1;" value="processed_at = now" vertex="1">
          <mxGeometry height="60" width="120" x="5616.37" y="1942.5" as="geometry" />
        </mxCell>
        <mxCell id="In8fDh9ZLN2M87an2Miy-141" edge="1" parent="1" source="In8fDh9ZLN2M87an2Miy-134" style="edgeStyle=orthogonalEdgeStyle;rounded=0;orthogonalLoop=1;jettySize=auto;html=1;entryX=0;entryY=0.5;entryDx=0;entryDy=0;" target="In8fDh9ZLN2M87an2Miy-139">
          <mxGeometry relative="1" as="geometry" />
        </mxCell>
        <mxCell id="In8fDh9ZLN2M87an2Miy-145" edge="1" parent="1" source="In8fDh9ZLN2M87an2Miy-134" style="edgeStyle=orthogonalEdgeStyle;rounded=0;orthogonalLoop=1;jettySize=auto;html=1;" target="In8fDh9ZLN2M87an2Miy-144" value="">
          <mxGeometry relative="1" as="geometry" />
        </mxCell>
        <mxCell id="In8fDh9ZLN2M87an2Miy-134" parent="1" style="rhombus;whiteSpace=wrap;html=1;" value="casa -&amp;gt; domestic (CGW)&lt;br&gt;exists?" vertex="1">
          <mxGeometry height="180" width="190" x="4860" y="2190" as="geometry" />
        </mxCell>
        <mxCell id="In8fDh9ZLN2M87an2Miy-142" edge="1" parent="1" source="In8fDh9ZLN2M87an2Miy-139" style="edgeStyle=orthogonalEdgeStyle;rounded=0;orthogonalLoop=1;jettySize=auto;html=1;entryX=0;entryY=0.5;entryDx=0;entryDy=0;" target="In8fDh9ZLN2M87an2Miy-113">
          <mxGeometry relative="1" as="geometry" />
        </mxCell>
        <mxCell id="In8fDh9ZLN2M87an2Miy-227" edge="1" parent="1" source="In8fDh9ZLN2M87an2Miy-139" style="edgeStyle=orthogonalEdgeStyle;rounded=0;orthogonalLoop=1;jettySize=auto;html=1;entryX=1;entryY=0.5;entryDx=0;entryDy=0;" target="In8fDh9ZLN2M87an2Miy-225">
          <mxGeometry relative="1" as="geometry">
            <Array as="points">
              <mxPoint x="5196" y="2460" />
            </Array>
          </mxGeometry>
        </mxCell>
        <mxCell id="In8fDh9ZLN2M87an2Miy-139" parent="1" style="rhombus;whiteSpace=wrap;html=1;" value="casa -&amp;gt; domestic (CGW)&lt;br&gt;amount match" vertex="1">
          <mxGeometry height="180" width="172.5" x="5110" y="2190" as="geometry" />
        </mxCell>
        <mxCell id="In8fDh9ZLN2M87an2Miy-147" edge="1" parent="1" source="In8fDh9ZLN2M87an2Miy-144" style="edgeStyle=orthogonalEdgeStyle;rounded=0;orthogonalLoop=1;jettySize=auto;html=1;" target="In8fDh9ZLN2M87an2Miy-146" value="">
          <mxGeometry relative="1" as="geometry" />
        </mxCell>
        <mxCell id="In8fDh9ZLN2M87an2Miy-144" parent="1" style="whiteSpace=wrap;html=1;" value="Trigger CGW" vertex="1">
          <mxGeometry height="60" width="120" x="4895" y="2510" as="geometry" />
        </mxCell>
        <mxCell id="In8fDh9ZLN2M87an2Miy-148" edge="1" parent="1" source="In8fDh9ZLN2M87an2Miy-146" style="edgeStyle=orthogonalEdgeStyle;rounded=0;orthogonalLoop=1;jettySize=auto;html=1;entryX=0.5;entryY=1;entryDx=0;entryDy=0;" target="In8fDh9ZLN2M87an2Miy-113">
          <mxGeometry relative="1" as="geometry" />
        </mxCell>
        <mxCell id="In8fDh9ZLN2M87an2Miy-150" edge="1" parent="1" source="In8fDh9ZLN2M87an2Miy-146" style="edgeStyle=orthogonalEdgeStyle;rounded=0;orthogonalLoop=1;jettySize=auto;html=1;" target="In8fDh9ZLN2M87an2Miy-149" value="">
          <mxGeometry relative="1" as="geometry" />
        </mxCell>
        <mxCell id="In8fDh9ZLN2M87an2Miy-146" parent="1" style="rhombus;whiteSpace=wrap;html=1;" value="200" vertex="1">
          <mxGeometry height="80" width="80" x="5115" y="2500" as="geometry" />
        </mxCell>
        <mxCell id="In8fDh9ZLN2M87an2Miy-149" parent="1" style="whiteSpace=wrap;html=1;" value="next_retry_at = now + 5min" vertex="1">
          <mxGeometry height="60" width="155" x="5077.5" y="2650" as="geometry" />
        </mxCell>
        <mxCell id="In8fDh9ZLN2M87an2Miy-176" edge="1" parent="1" source="In8fDh9ZLN2M87an2Miy-152" style="edgeStyle=orthogonalEdgeStyle;rounded=0;orthogonalLoop=1;jettySize=auto;html=1;" target="In8fDh9ZLN2M87an2Miy-175" value="">
          <mxGeometry relative="1" as="geometry" />
        </mxCell>
        <mxCell id="In8fDh9ZLN2M87an2Miy-244" edge="1" parent="1" source="In8fDh9ZLN2M87an2Miy-152" style="edgeStyle=orthogonalEdgeStyle;rounded=0;orthogonalLoop=1;jettySize=auto;html=1;entryX=0;entryY=0.5;entryDx=0;entryDy=0;" target="In8fDh9ZLN2M87an2Miy-162">
          <mxGeometry relative="1" as="geometry" />
        </mxCell>
        <mxCell id="In8fDh9ZLN2M87an2Miy-152" parent="1" style="rhombus;whiteSpace=wrap;html=1;align=center;" value="&lt;div style=&quot;&quot;&gt;&lt;span style=&quot;background-color: transparent; color: light-dark(rgb(0, 0, 0), rgb(255, 255, 255));&quot;&gt;&lt;b&gt;request amount &amp;lt;=&amp;nbsp;&lt;br&gt;&lt;/b&gt;&lt;/span&gt;&lt;span style=&quot;font-weight: 700; background-color: transparent; color: light-dark(rgb(0, 0, 0), rgb(255, 255, 255));&quot;&gt;credit_line_accounts.available_amount&lt;/span&gt;&lt;/div&gt;" vertex="1">
          <mxGeometry height="285" width="270" x="990" y="992.5" as="geometry" />
        </mxCell>
        <mxCell id="P7TJZT1PVnBYbLh7lMs1-58" edge="1" parent="1" source="In8fDh9ZLN2M87an2Miy-161" style="edgeStyle=orthogonalEdgeStyle;rounded=0;orthogonalLoop=1;jettySize=auto;html=1;entryX=0;entryY=0.5;entryDx=0;entryDy=0;" target="In8fDh9ZLN2M87an2Miy-152">
          <mxGeometry relative="1" as="geometry" />
        </mxCell>
        <mxCell id="In8fDh9ZLN2M87an2Miy-161" parent="1" style="rounded=0;whiteSpace=wrap;html=1;" value="&lt;span style=&quot;font-weight: 700;&quot;&gt;credit_line_accounts&lt;br&gt;&lt;/span&gt;row lock" vertex="1">
          <mxGeometry height="60" width="145" x="750" y="1105" as="geometry" />
        </mxCell>
        <mxCell id="In8fDh9ZLN2M87an2Miy-165" edge="1" parent="1" source="In8fDh9ZLN2M87an2Miy-162" style="edgeStyle=orthogonalEdgeStyle;rounded=0;orthogonalLoop=1;jettySize=auto;html=1;" target="In8fDh9ZLN2M87an2Miy-12">
          <mxGeometry relative="1" as="geometry" />
        </mxCell>
        <mxCell id="In8fDh9ZLN2M87an2Miy-162" parent="1" style="rounded=0;whiteSpace=wrap;html=1;" value="&lt;span style=&quot;font-weight: 700; text-align: left;&quot;&gt;ROWLOCK -&amp;gt;&lt;br&gt;credit_line_accounts.reserved_amount &lt;br&gt;+= amount&lt;/span&gt;" vertex="1">
          <mxGeometry height="60" width="250" x="1360" y="1105" as="geometry" />
        </mxCell>
        <mxCell id="In8fDh9ZLN2M87an2Miy-174" parent="1" style="text;html=1;whiteSpace=wrap;strokeColor=none;fillColor=none;align=center;verticalAlign=middle;rounded=0;" value="&lt;div style=&quot;background-color:#ffffff;color:#080808&quot;&gt;&lt;pre style=&quot;font-family:&#39;JetBrains Mono&#39;,monospace;font-size:9.8pt;&quot;&gt;&lt;span style=&quot;color:#9e880d;&quot;&gt;@Transactional&lt;/span&gt;(propagation = &lt;span style=&quot;color:#000000;&quot;&gt;Propagation&lt;/span&gt;.&lt;span style=&quot;color:#871094;font-style:italic;&quot;&gt;REQUIRES_NEW&lt;/span&gt;)&lt;/pre&gt;&lt;/div&gt;" vertex="1">
          <mxGeometry height="30" width="240" x="1005" y="900" as="geometry" />
        </mxCell>
        <mxCell id="In8fDh9ZLN2M87an2Miy-175" parent="1" style="whiteSpace=wrap;html=1;" value="Rollback, return error" vertex="1">
          <mxGeometry height="60" width="132.5" x="1058.75" y="1352.5" as="geometry" />
        </mxCell>
        <mxCell id="In8fDh9ZLN2M87an2Miy-185" parent="1" style="whiteSpace=wrap;html=1;fontStyle=0;startSize=30;horizontal=1;" value="return success to client&lt;br&gt;(&quot;Request succeeded, will be processed within 5-10 mins&quot;?)" vertex="1">
          <mxGeometry height="162.5" width="210" x="2050" y="1053.75" as="geometry" />
        </mxCell>
        <mxCell id="In8fDh9ZLN2M87an2Miy-189" parent="1" style="text;html=1;whiteSpace=wrap;strokeColor=none;fillColor=none;align=center;verticalAlign=middle;rounded=0;fontSize=26;" value="&lt;div style=&quot;background-color:#ffffff;color:#080808&quot;&gt;&lt;pre style=&quot;font-family: &amp;quot;JetBrains Mono&amp;quot;, monospace;&quot;&gt;&lt;span style=&quot;color:#9e880d;&quot;&gt;@Transactional&lt;/span&gt;(propagation = &lt;span style=&quot;color:#000000;&quot;&gt;Propagation&lt;/span&gt;.&lt;span style=&quot;color:#871094;font-style:italic;&quot;&gt;REQUIRES_NEW&lt;/span&gt;)&lt;/pre&gt;&lt;/div&gt;" vertex="1">
          <mxGeometry height="30" width="240" x="4918.87" y="1265" as="geometry" />
        </mxCell>
        <mxCell id="In8fDh9ZLN2M87an2Miy-198" parent="1" style="text;html=1;whiteSpace=wrap;strokeColor=none;fillColor=none;align=center;verticalAlign=middle;rounded=0;fontSize=32;" value="BNPL request flow" vertex="1">
          <mxGeometry height="30" width="470" x="-80" y="2930" as="geometry" />
        </mxCell>
        <mxCell id="In8fDh9ZLN2M87an2Miy-199" edge="1" parent="1" source="In8fDh9ZLN2M87an2Miy-200" style="edgeStyle=orthogonalEdgeStyle;rounded=0;orthogonalLoop=1;jettySize=auto;html=1;" target="In8fDh9ZLN2M87an2Miy-202" value="">
          <mxGeometry relative="1" as="geometry" />
        </mxCell>
        <mxCell id="In8fDh9ZLN2M87an2Miy-200" parent="1" style="shape=umlActor;verticalLabelPosition=bottom;verticalAlign=top;html=1;outlineConnect=0;" value="Actor" vertex="1">
          <mxGeometry height="60" width="30" x="20" y="3135" as="geometry" />
        </mxCell>
        <mxCell id="In8fDh9ZLN2M87an2Miy-201" edge="1" parent="1" source="In8fDh9ZLN2M87an2Miy-202" style="edgeStyle=orthogonalEdgeStyle;rounded=0;orthogonalLoop=1;jettySize=auto;html=1;entryX=0.011;entryY=0.06;entryDx=0;entryDy=0;entryPerimeter=0;" target="In8fDh9ZLN2M87an2Miy-209" value="">
          <mxGeometry relative="1" as="geometry">
            <mxPoint x="440" y="3165" as="targetPoint" />
          </mxGeometry>
        </mxCell>
        <mxCell id="In8fDh9ZLN2M87an2Miy-202" parent="1" style="whiteSpace=wrap;html=1;verticalAlign=top;" value="&lt;div&gt;&lt;br&gt;&lt;/div&gt;&lt;div&gt;One tap loan&lt;/div&gt;" vertex="1">
          <mxGeometry height="60" width="120" x="230" y="3135" as="geometry" />
        </mxCell>
        <mxCell id="In8fDh9ZLN2M87an2Miy-203" edge="1" parent="1" source="In8fDh9ZLN2M87an2Miy-205" style="edgeStyle=orthogonalEdgeStyle;rounded=0;orthogonalLoop=1;jettySize=auto;html=1;" target="In8fDh9ZLN2M87an2Miy-206" value="">
          <mxGeometry relative="1" as="geometry" />
        </mxCell>
        <mxCell id="In8fDh9ZLN2M87an2Miy-204" connectable="0" parent="In8fDh9ZLN2M87an2Miy-203" style="edgeLabel;html=1;align=center;verticalAlign=middle;resizable=0;points=[];" value="0" vertex="1">
          <mxGeometry relative="1" x="-0.2091" y="-1" as="geometry">
            <mxPoint as="offset" />
          </mxGeometry>
        </mxCell>
        <mxCell id="In8fDh9ZLN2M87an2Miy-213" edge="1" parent="1" source="In8fDh9ZLN2M87an2Miy-205" style="edgeStyle=orthogonalEdgeStyle;rounded=0;orthogonalLoop=1;jettySize=auto;html=1;" target="In8fDh9ZLN2M87an2Miy-212" value="">
          <mxGeometry relative="1" as="geometry" />
        </mxCell>
        <mxCell id="In8fDh9ZLN2M87an2Miy-205" parent="1" style="rhombus;whiteSpace=wrap;html=1;verticalAlign=top;" value="&lt;br&gt;&lt;br&gt;&lt;div&gt;&lt;br&gt;&lt;/div&gt;&lt;div&gt;Loan validation&lt;br&gt;success&lt;/div&gt;" vertex="1">
          <mxGeometry height="120" width="140" x="720" y="3105" as="geometry" />
        </mxCell>
        <mxCell id="In8fDh9ZLN2M87an2Miy-206" parent="1" style="whiteSpace=wrap;html=1;verticalAlign=middle;" value="Return err message" vertex="1">
          <mxGeometry height="60" width="120" x="730" y="3305" as="geometry" />
        </mxCell>
        <mxCell id="In8fDh9ZLN2M87an2Miy-207" edge="1" parent="1" source="In8fDh9ZLN2M87an2Miy-208" style="edgeStyle=orthogonalEdgeStyle;rounded=0;orthogonalLoop=1;jettySize=auto;html=1;entryX=0;entryY=0.5;entryDx=0;entryDy=0;" target="In8fDh9ZLN2M87an2Miy-205">
          <mxGeometry relative="1" as="geometry" />
        </mxCell>
        <mxCell id="In8fDh9ZLN2M87an2Miy-208" parent="1" style="swimlane;fontStyle=0;childLayout=stackLayout;horizontal=1;startSize=30;horizontalStack=0;resizeParent=1;resizeParentMax=0;resizeLast=0;collapsible=1;marginBottom=0;whiteSpace=wrap;html=1;" value="Validations" vertex="1">
          <mxGeometry height="120" width="140" x="460" y="3135" as="geometry" />
        </mxCell>
        <mxCell id="In8fDh9ZLN2M87an2Miy-209" parent="In8fDh9ZLN2M87an2Miy-208" style="text;strokeColor=none;fillColor=none;align=left;verticalAlign=middle;spacingLeft=4;spacingRight=4;overflow=hidden;points=[[0,0.5],[1,0.5]];portConstraint=eastwest;rotatable=0;whiteSpace=wrap;html=1;" value="user status" vertex="1">
          <mxGeometry height="30" width="140" y="30" as="geometry" />
        </mxCell>
        <mxCell id="In8fDh9ZLN2M87an2Miy-210" parent="In8fDh9ZLN2M87an2Miy-208" style="text;strokeColor=none;fillColor=none;align=left;verticalAlign=middle;spacingLeft=4;spacingRight=4;overflow=hidden;points=[[0,0.5],[1,0.5]];portConstraint=eastwest;rotatable=0;whiteSpace=wrap;html=1;" value="kyc status" vertex="1">
          <mxGeometry height="30" width="140" y="60" as="geometry" />
        </mxCell>
        <mxCell id="In8fDh9ZLN2M87an2Miy-211" parent="In8fDh9ZLN2M87an2Miy-208" style="text;strokeColor=none;fillColor=none;align=left;verticalAlign=middle;spacingLeft=4;spacingRight=4;overflow=hidden;points=[[0,0.5],[1,0.5]];portConstraint=eastwest;rotatable=0;whiteSpace=wrap;html=1;" value="loan limit status" vertex="1">
          <mxGeometry height="30" width="140" y="90" as="geometry" />
        </mxCell>
        <mxCell id="In8fDh9ZLN2M87an2Miy-212" parent="1" style="whiteSpace=wrap;html=1;verticalAlign=middle;" value="Same as one-tap ??" vertex="1">
          <mxGeometry height="60" width="120" x="950" y="3135" as="geometry" />
        </mxCell>
        <mxCell id="In8fDh9ZLN2M87an2Miy-218" edge="1" parent="1" source="In8fDh9ZLN2M87an2Miy-214" style="edgeStyle=orthogonalEdgeStyle;rounded=0;orthogonalLoop=1;jettySize=auto;html=1;entryX=0;entryY=0.5;entryDx=0;entryDy=0;" target="In8fDh9ZLN2M87an2Miy-134">
          <mxGeometry relative="1" as="geometry">
            <Array as="points">
              <mxPoint x="4860" y="2630" />
            </Array>
          </mxGeometry>
        </mxCell>
        <mxCell id="In8fDh9ZLN2M87an2Miy-221" edge="1" parent="1" source="In8fDh9ZLN2M87an2Miy-214" style="edgeStyle=orthogonalEdgeStyle;rounded=0;orthogonalLoop=1;jettySize=auto;html=1;entryX=0;entryY=0.5;entryDx=0;entryDy=0;" target="In8fDh9ZLN2M87an2Miy-149">
          <mxGeometry relative="1" as="geometry">
            <Array as="points">
              <mxPoint x="4303" y="2680" />
            </Array>
          </mxGeometry>
        </mxCell>
        <mxCell id="In8fDh9ZLN2M87an2Miy-214" parent="1" style="rhombus;whiteSpace=wrap;html=1;" value="200" vertex="1">
          <mxGeometry height="80" width="80" x="4262.62" y="2590" as="geometry" />
        </mxCell>
        <mxCell id="In8fDh9ZLN2M87an2Miy-223" edge="1" parent="1" source="In8fDh9ZLN2M87an2Miy-222" style="edgeStyle=orthogonalEdgeStyle;rounded=0;orthogonalLoop=1;jettySize=auto;html=1;" target="In8fDh9ZLN2M87an2Miy-134">
          <mxGeometry relative="1" as="geometry" />
        </mxCell>
        <mxCell id="In8fDh9ZLN2M87an2Miy-226" edge="1" parent="1" source="In8fDh9ZLN2M87an2Miy-222" style="edgeStyle=orthogonalEdgeStyle;rounded=0;orthogonalLoop=1;jettySize=auto;html=1;" target="In8fDh9ZLN2M87an2Miy-225" value="">
          <mxGeometry relative="1" as="geometry" />
        </mxCell>
        <mxCell id="In8fDh9ZLN2M87an2Miy-222" parent="1" style="rhombus;whiteSpace=wrap;html=1;" value="loan -&amp;gt; casa &lt;br&gt;amount match" vertex="1">
          <mxGeometry height="156.25" width="155" x="4561.37" y="2201.88" as="geometry" />
        </mxCell>
        <mxCell id="In8fDh9ZLN2M87an2Miy-225" parent="1" style="whiteSpace=wrap;html=1;" value="status = manual_review??" vertex="1">
          <mxGeometry height="60" width="120" x="4578.87" y="2429.995" as="geometry" />
        </mxCell>
        <mxCell id="P7TJZT1PVnBYbLh7lMs1-3" parent="1" style="whiteSpace=wrap;html=1;rounded=0;" value="Polaris&lt;br&gt;/line/openAccount" vertex="1">
          <mxGeometry height="60" width="120" x="2420" y="210" as="geometry" />
        </mxCell>
        <mxCell id="P7TJZT1PVnBYbLh7lMs1-5" parent="1" style="swimlane;fontStyle=0;childLayout=stackLayout;horizontal=1;startSize=30;horizontalStack=0;resizeParent=1;resizeParentMax=0;resizeLast=0;collapsible=1;marginBottom=0;whiteSpace=wrap;html=1;" value="expected calls in order:" vertex="1">
          <mxGeometry height="210" width="270" x="3160" y="1991.88" as="geometry" />
        </mxCell>
        <mxCell id="P7TJZT1PVnBYbLh7lMs1-6" parent="P7TJZT1PVnBYbLh7lMs1-5" style="text;strokeColor=none;fillColor=none;align=left;verticalAlign=middle;spacingLeft=4;spacingRight=4;overflow=hidden;points=[[0,0.5],[1,0.5]];portConstraint=eastwest;rotatable=0;whiteSpace=wrap;html=1;" value="&lt;span style=&quot;text-align: center;&quot;&gt;/loan/createAccount - no retry&lt;/span&gt;" vertex="1">
          <mxGeometry height="30" width="270" y="30" as="geometry" />
        </mxCell>
        <mxCell id="P7TJZT1PVnBYbLh7lMs1-7" parent="P7TJZT1PVnBYbLh7lMs1-5" style="text;strokeColor=none;fillColor=none;align=left;verticalAlign=middle;spacingLeft=4;spacingRight=4;overflow=hidden;points=[[0,0.5],[1,0.5]];portConstraint=eastwest;rotatable=0;whiteSpace=wrap;html=1;" value="&lt;span style=&quot;text-align: center;&quot;&gt;/loan/&lt;/span&gt;&lt;span style=&quot;background-color: rgb(252, 246, 219); color: rgb(0, 0, 0); font-family: &amp;quot;Anonymous Pro&amp;quot;, Menlo, Consolas, &amp;quot;Bitstream Vera Sans Mono&amp;quot;, &amp;quot;Courier New&amp;quot;, monospace; font-size: 0.9em;&quot;&gt;createNrsSchedule - retry&lt;/span&gt;" vertex="1">
          <mxGeometry height="30" width="270" y="60" as="geometry" />
        </mxCell>
        <mxCell id="P7TJZT1PVnBYbLh7lMs1-8" parent="P7TJZT1PVnBYbLh7lMs1-5" style="text;strokeColor=none;fillColor=none;align=left;verticalAlign=middle;spacingLeft=4;spacingRight=4;overflow=hidden;points=[[0,0.5],[1,0.5]];portConstraint=eastwest;rotatable=0;whiteSpace=wrap;html=1;" value="&lt;span style=&quot;text-align: center;&quot;&gt;/loan/openAccount - retry&lt;/span&gt;" vertex="1">
          <mxGeometry height="30" width="270" y="90" as="geometry" />
        </mxCell>
        <mxCell id="P7TJZT1PVnBYbLh7lMs1-9" parent="P7TJZT1PVnBYbLh7lMs1-5" style="text;strokeColor=none;fillColor=none;align=left;verticalAlign=middle;spacingLeft=4;spacingRight=4;overflow=hidden;points=[[0,0.5],[1,0.5]];portConstraint=eastwest;rotatable=0;whiteSpace=wrap;html=1;" value="&lt;span style=&quot;font-family: &amp;quot;Anonymous Pro&amp;quot;, Menlo, Consolas, &amp;quot;Bitstream Vera Sans Mono&amp;quot;, &amp;quot;Courier New&amp;quot;, monospace; font-size: 10.8px; white-space: pre-wrap;&quot;&gt;&lt;font style=&quot;color: light-dark(rgb(237, 237, 237), rgb(255, 255, 255));&quot;&gt;/line/linkLineAccountToLoan - retry?&lt;/font&gt;&lt;/span&gt;" vertex="1">
          <mxGeometry height="30" width="270" y="120" as="geometry" />
        </mxCell>
        <mxCell id="P7TJZT1PVnBYbLh7lMs1-10" parent="P7TJZT1PVnBYbLh7lMs1-5" style="text;strokeColor=none;fillColor=none;align=left;verticalAlign=middle;spacingLeft=4;spacingRight=4;overflow=hidden;points=[[0,0.5],[1,0.5]];portConstraint=eastwest;rotatable=0;whiteSpace=wrap;html=1;" value="&lt;span style=&quot;text-align: center;&quot;&gt;/loan/&lt;/span&gt;&lt;span style=&quot;white-space: pre-wrap; color: rgb(33, 33, 33); font-family: Inter, system-ui, -apple-system, &amp;quot;system-ui&amp;quot;, &amp;quot;Segoe UI&amp;quot;, Roboto, Oxygen, Ubuntu, Cantarell, &amp;quot;Fira Sans&amp;quot;, &amp;quot;Droid Sans&amp;quot;, Helvetica, Arial, sans-serif; background-color: rgb(255, 255, 255);&quot;&gt;grantLoanNonCash - retry&lt;/span&gt;" vertex="1">
          <mxGeometry height="30" width="270" y="150" as="geometry" />
        </mxCell>
        <mxCell id="P7TJZT1PVnBYbLh7lMs1-11" parent="P7TJZT1PVnBYbLh7lMs1-5" style="text;strokeColor=none;fillColor=none;align=left;verticalAlign=middle;spacingLeft=4;spacingRight=4;overflow=hidden;points=[[0,0.5],[1,0.5]];portConstraint=eastwest;rotatable=0;whiteSpace=wrap;html=1;" value="&lt;font face=&quot;Inter, system-ui, -apple-system, system-ui, Segoe UI, Roboto, Oxygen, Ubuntu, Cantarell, Fira Sans, Droid Sans, Helvetica, Arial, sans-serif&quot; style=&quot;color: light-dark(rgb(188, 188, 188), rgb(255, 255, 255));&quot;&gt;&lt;span style=&quot;white-space-collapse: preserve;&quot;&gt;CGW Trigger ??&lt;/span&gt;&lt;/font&gt;" vertex="1">
          <mxGeometry height="30" width="270" y="180" as="geometry" />
        </mxCell>
        <mxCell id="P7TJZT1PVnBYbLh7lMs1-17" edge="1" parent="1" source="P7TJZT1PVnBYbLh7lMs1-15" style="edgeStyle=orthogonalEdgeStyle;rounded=0;orthogonalLoop=1;jettySize=auto;html=1;" target="P7TJZT1PVnBYbLh7lMs1-16" value="">
          <mxGeometry relative="1" as="geometry" />
        </mxCell>
        <mxCell id="P7TJZT1PVnBYbLh7lMs1-15" parent="1" style="rounded=0;whiteSpace=wrap;html=1;" value="/loan/&lt;span style=&quot;background-color: rgb(252, 246, 219); color: rgb(0, 0, 0); font-family: &amp;quot;Anonymous Pro&amp;quot;, Menlo, Consolas, &amp;quot;Bitstream Vera Sans Mono&amp;quot;, &amp;quot;Courier New&amp;quot;, monospace; font-size: 0.9em; text-align: start;&quot;&gt;getCustomerLoanAccountList&lt;/span&gt;" vertex="1">
          <mxGeometry height="60" width="270" x="2890" y="2243.75" as="geometry" />
        </mxCell>
        <mxCell id="P7TJZT1PVnBYbLh7lMs1-23" edge="1" parent="1" source="P7TJZT1PVnBYbLh7lMs1-16" style="edgeStyle=orthogonalEdgeStyle;rounded=0;orthogonalLoop=1;jettySize=auto;html=1;" target="P7TJZT1PVnBYbLh7lMs1-22" value="">
          <mxGeometry relative="1" as="geometry" />
        </mxCell>
        <mxCell id="P7TJZT1PVnBYbLh7lMs1-33" edge="1" parent="1" source="P7TJZT1PVnBYbLh7lMs1-16" style="edgeStyle=orthogonalEdgeStyle;rounded=0;orthogonalLoop=1;jettySize=auto;html=1;" target="P7TJZT1PVnBYbLh7lMs1-32" value="">
          <mxGeometry relative="1" as="geometry" />
        </mxCell>
        <mxCell id="P7TJZT1PVnBYbLh7lMs1-16" parent="1" style="rhombus;whiteSpace=wrap;html=1;rounded=0;" value="product match&lt;br&gt;amount match&lt;br&gt;status = new" vertex="1">
          <mxGeometry height="190" width="190" x="2930" y="2371.87" as="geometry" />
        </mxCell>
        <mxCell id="P7TJZT1PVnBYbLh7lMs1-25" edge="1" parent="1" source="P7TJZT1PVnBYbLh7lMs1-22" style="edgeStyle=orthogonalEdgeStyle;rounded=0;orthogonalLoop=1;jettySize=auto;html=1;" target="P7TJZT1PVnBYbLh7lMs1-24" value="">
          <mxGeometry relative="1" as="geometry" />
        </mxCell>
        <mxCell id="P7TJZT1PVnBYbLh7lMs1-22" parent="1" style="whiteSpace=wrap;html=1;rounded=0;" value="/loan/&lt;span style=&quot;background-color: rgb(252, 246, 219); color: rgb(0, 0, 0); font-family: &amp;quot;Anonymous Pro&amp;quot;, Menlo, Consolas, &amp;quot;Bitstream Vera Sans Mono&amp;quot;, &amp;quot;Courier New&amp;quot;, monospace; font-size: 0.9em; text-align: start;&quot;&gt;getNrsSchedule&lt;/span&gt;" vertex="1">
          <mxGeometry height="60" width="215" x="3200" y="2436.87" as="geometry" />
        </mxCell>
        <mxCell id="P7TJZT1PVnBYbLh7lMs1-29" edge="1" parent="1" source="P7TJZT1PVnBYbLh7lMs1-24" style="edgeStyle=orthogonalEdgeStyle;rounded=0;orthogonalLoop=1;jettySize=auto;html=1;" target="P7TJZT1PVnBYbLh7lMs1-28" value="">
          <mxGeometry relative="1" as="geometry" />
        </mxCell>
        <mxCell id="P7TJZT1PVnBYbLh7lMs1-31" edge="1" parent="1" source="P7TJZT1PVnBYbLh7lMs1-24" style="edgeStyle=orthogonalEdgeStyle;rounded=0;orthogonalLoop=1;jettySize=auto;html=1;" target="P7TJZT1PVnBYbLh7lMs1-30" value="">
          <mxGeometry relative="1" as="geometry" />
        </mxCell>
        <mxCell id="P7TJZT1PVnBYbLh7lMs1-24" parent="1" style="rhombus;whiteSpace=wrap;html=1;rounded=0;" value="schedule match?" vertex="1">
          <mxGeometry height="115" width="110" x="3510" y="2409.37" as="geometry" />
        </mxCell>
        <mxCell id="P7TJZT1PVnBYbLh7lMs1-28" parent="1" style="whiteSpace=wrap;html=1;rounded=0;" value="/loan/openAccount&amp;nbsp;" vertex="1">
          <mxGeometry height="60" width="155" x="3695" y="2436.87" as="geometry" />
        </mxCell>
        <mxCell id="P7TJZT1PVnBYbLh7lMs1-30" parent="1" style="whiteSpace=wrap;html=1;rounded=0;" value="/loan/&lt;span style=&quot;background-color: rgb(252, 246, 219); color: rgb(0, 0, 0); font-family: &amp;quot;Anonymous Pro&amp;quot;, Menlo, Consolas, &amp;quot;Bitstream Vera Sans Mono&amp;quot;, &amp;quot;Courier New&amp;quot;, monospace; font-size: 0.9em; text-align: start;&quot;&gt;updateNrsSchedule&lt;/span&gt;" vertex="1">
          <mxGeometry height="60" width="195" x="3467.5" y="2631.87" as="geometry" />
        </mxCell>
        <mxCell id="P7TJZT1PVnBYbLh7lMs1-32" parent="1" style="rhombus;whiteSpace=wrap;html=1;rounded=0;" value="product match&lt;br&gt;amount match&lt;br&gt;status = active" vertex="1">
          <mxGeometry height="213.13" width="213.13" x="2918.43" y="2696.87" as="geometry" />
        </mxCell>
        <mxCell id="P7TJZT1PVnBYbLh7lMs1-44" edge="1" parent="1" source="P7TJZT1PVnBYbLh7lMs1-41" style="edgeStyle=orthogonalEdgeStyle;rounded=0;orthogonalLoop=1;jettySize=auto;html=1;" target="P7TJZT1PVnBYbLh7lMs1-43" value="">
          <mxGeometry relative="1" as="geometry" />
        </mxCell>
        <mxCell id="P7TJZT1PVnBYbLh7lMs1-41" parent="1" style="whiteSpace=wrap;html=1;verticalAlign=middle;" value="Rate limit by user" vertex="1">
-           <mxGeometry height="60" width="120" x="-660" y="1105" as="geometry" />
+           <mxGeometry height="60" width="120" x="-1010" y="1105" as="geometry" />
        </mxCell>
        <mxCell id="P7TJZT1PVnBYbLh7lMs1-43" parent="1" style="whiteSpace=wrap;html=1;" value="Circuit breaker" vertex="1">
-           <mxGeometry height="60" width="120" x="-485" y="1105" as="geometry" />
+           <mxGeometry height="60" width="120" x="-835" y="1105" as="geometry" />
        </mxCell>
        <mxCell id="P7TJZT1PVnBYbLh7lMs1-45" edge="1" parent="1" source="P7TJZT1PVnBYbLh7lMs1-43" style="edgeStyle=orthogonalEdgeStyle;rounded=0;orthogonalLoop=1;jettySize=auto;html=1;entryX=-0.015;entryY=0.128;entryDx=0;entryDy=0;entryPerimeter=0;" target="In8fDh9ZLN2M87an2Miy-27">
          <mxGeometry relative="1" as="geometry" />
        </mxCell>
        <mxCell id="P7TJZT1PVnBYbLh7lMs1-46" parent="1" style="swimlane;fontStyle=0;childLayout=stackLayout;horizontal=1;startSize=30;horizontalStack=0;resizeParent=1;resizeParentMax=0;resizeLast=0;collapsible=1;marginBottom=0;whiteSpace=wrap;html=1;" value="alternative batch calls in order" vertex="1">
          <mxGeometry height="210" width="270" x="2040" y="1290" as="geometry" />
        </mxCell>
        <mxCell id="P7TJZT1PVnBYbLh7lMs1-47" parent="P7TJZT1PVnBYbLh7lMs1-46" style="text;strokeColor=none;fillColor=none;align=left;verticalAlign=middle;spacingLeft=4;spacingRight=4;overflow=hidden;points=[[0,0.5],[1,0.5]];portConstraint=eastwest;rotatable=0;whiteSpace=wrap;html=1;" value="&lt;span style=&quot;text-align: center;&quot;&gt;/loan/createAccount - no retry&lt;/span&gt;" vertex="1">
          <mxGeometry height="30" width="270" y="30" as="geometry" />
        </mxCell>
        <mxCell id="P7TJZT1PVnBYbLh7lMs1-48" parent="P7TJZT1PVnBYbLh7lMs1-46" style="text;strokeColor=none;fillColor=none;align=left;verticalAlign=middle;spacingLeft=4;spacingRight=4;overflow=hidden;points=[[0,0.5],[1,0.5]];portConstraint=eastwest;rotatable=0;whiteSpace=wrap;html=1;" value="&lt;span style=&quot;text-align: center;&quot;&gt;/loan/&lt;/span&gt;&lt;span style=&quot;background-color: rgb(252, 246, 219); color: rgb(0, 0, 0); font-family: &amp;quot;Anonymous Pro&amp;quot;, Menlo, Consolas, &amp;quot;Bitstream Vera Sans Mono&amp;quot;, &amp;quot;Courier New&amp;quot;, monospace; font-size: 0.9em;&quot;&gt;createNrsSchedule - retry&lt;/span&gt;" vertex="1">
          <mxGeometry height="30" width="270" y="60" as="geometry" />
        </mxCell>
        <mxCell id="P7TJZT1PVnBYbLh7lMs1-49" parent="P7TJZT1PVnBYbLh7lMs1-46" style="text;strokeColor=none;fillColor=none;align=left;verticalAlign=middle;spacingLeft=4;spacingRight=4;overflow=hidden;points=[[0,0.5],[1,0.5]];portConstraint=eastwest;rotatable=0;whiteSpace=wrap;html=1;" value="&lt;span style=&quot;text-align: center;&quot;&gt;/loan/openAccount - retry&lt;/span&gt;" vertex="1">
          <mxGeometry height="30" width="270" y="90" as="geometry" />
        </mxCell>
        <mxCell id="P7TJZT1PVnBYbLh7lMs1-50" parent="P7TJZT1PVnBYbLh7lMs1-46" style="text;strokeColor=none;fillColor=none;align=left;verticalAlign=middle;spacingLeft=4;spacingRight=4;overflow=hidden;points=[[0,0.5],[1,0.5]];portConstraint=eastwest;rotatable=0;whiteSpace=wrap;html=1;" value="&lt;span style=&quot;font-family: &amp;quot;Anonymous Pro&amp;quot;, Menlo, Consolas, &amp;quot;Bitstream Vera Sans Mono&amp;quot;, &amp;quot;Courier New&amp;quot;, monospace; font-size: 10.8px; white-space: pre-wrap;&quot;&gt;&lt;font style=&quot;color: light-dark(rgb(237, 237, 237), rgb(255, 255, 255));&quot;&gt;/line/linkLineAccountToLoan - retry&lt;/font&gt;&lt;/span&gt;" vertex="1">
          <mxGeometry height="30" width="270" y="120" as="geometry" />
        </mxCell>
        <mxCell id="P7TJZT1PVnBYbLh7lMs1-51" parent="P7TJZT1PVnBYbLh7lMs1-46" style="text;strokeColor=none;fillColor=none;align=left;verticalAlign=middle;spacingLeft=4;spacingRight=4;overflow=hidden;points=[[0,0.5],[1,0.5]];portConstraint=eastwest;rotatable=0;whiteSpace=wrap;html=1;" value="&lt;span style=&quot;text-align: center;&quot;&gt;/loan/&lt;/span&gt;&lt;span style=&quot;white-space: pre-wrap; color: rgb(33, 33, 33); font-family: Inter, system-ui, -apple-system, &amp;quot;system-ui&amp;quot;, &amp;quot;Segoe UI&amp;quot;, Roboto, Oxygen, Ubuntu, Cantarell, &amp;quot;Fira Sans&amp;quot;, &amp;quot;Droid Sans&amp;quot;, Helvetica, Arial, sans-serif; background-color: rgb(255, 255, 255);&quot;&gt;grantLoanNonCash - retry&lt;/span&gt;" vertex="1">
          <mxGeometry height="30" width="270" y="150" as="geometry" />
        </mxCell>
        <mxCell id="P7TJZT1PVnBYbLh7lMs1-52" parent="P7TJZT1PVnBYbLh7lMs1-46" style="text;strokeColor=none;fillColor=none;align=left;verticalAlign=middle;spacingLeft=4;spacingRight=4;overflow=hidden;points=[[0,0.5],[1,0.5]];portConstraint=eastwest;rotatable=0;whiteSpace=wrap;html=1;" value="&lt;font face=&quot;Inter, system-ui, -apple-system, system-ui, Segoe UI, Roboto, Oxygen, Ubuntu, Cantarell, Fira Sans, Droid Sans, Helvetica, Arial, sans-serif&quot; style=&quot;color: light-dark(rgb(188, 188, 188), rgb(255, 255, 255));&quot;&gt;&lt;span style=&quot;white-space-collapse: preserve;&quot;&gt;CGW Trigger - no retry&lt;/span&gt;&lt;/font&gt;" vertex="1">
          <mxGeometry height="30" width="270" y="180" as="geometry" />
        </mxCell>
        <mxCell id="P7TJZT1PVnBYbLh7lMs1-55" connectable="0" parent="1" style="group" value="" vertex="1">
-           <mxGeometry height="777.5" width="405" x="223" y="1022.5" as="geometry" />
+           <mxGeometry height="777.5" width="405" x="-127" y="1022.5" as="geometry" />
        </mxCell>
        <mxCell id="P7TJZT1PVnBYbLh7lMs1-38" edge="1" parent="P7TJZT1PVnBYbLh7lMs1-55" source="In8fDh9ZLN2M87an2Miy-228" style="edgeStyle=orthogonalEdgeStyle;rounded=0;orthogonalLoop=1;jettySize=auto;html=1;entryX=0.5;entryY=0;entryDx=0;entryDy=0;" target="In8fDh9ZLN2M87an2Miy-233">
          <mxGeometry relative="1" as="geometry" />
        </mxCell>
        <mxCell id="In8fDh9ZLN2M87an2Miy-228" parent="P7TJZT1PVnBYbLh7lMs1-55" style="rhombus;whiteSpace=wrap;html=1;" value="Polaris&lt;br&gt;/line/&lt;span style=&quot;color: rgb(33, 33, 33); font-family: Inter, system-ui, -apple-system, &amp;quot;system-ui&amp;quot;, &amp;quot;Segoe UI&amp;quot;, Roboto, Oxygen, Ubuntu, Cantarell, &amp;quot;Fira Sans&amp;quot;, &amp;quot;Droid Sans&amp;quot;, Helvetica, Arial, sans-serif; text-align: left; white-space: pre-wrap; background-color: rgb(255, 255, 255);&quot;&gt;getAccountDetail&lt;/span&gt;&lt;br&gt;200" vertex="1">
          <mxGeometry height="225" width="250" as="geometry" />
        </mxCell>
        <mxCell id="In8fDh9ZLN2M87an2Miy-236" edge="1" parent="P7TJZT1PVnBYbLh7lMs1-55" source="In8fDh9ZLN2M87an2Miy-233" style="edgeStyle=orthogonalEdgeStyle;rounded=0;orthogonalLoop=1;jettySize=auto;html=1;" target="In8fDh9ZLN2M87an2Miy-235" value="">
          <mxGeometry relative="1" as="geometry" />
        </mxCell>
        <mxCell id="In8fDh9ZLN2M87an2Miy-242" edge="1" parent="P7TJZT1PVnBYbLh7lMs1-55" source="In8fDh9ZLN2M87an2Miy-233" style="edgeStyle=orthogonalEdgeStyle;rounded=0;orthogonalLoop=1;jettySize=auto;html=1;entryX=0;entryY=0.5;entryDx=0;entryDy=0;" target="In8fDh9ZLN2M87an2Miy-241" value="">
          <mxGeometry relative="1" as="geometry">
            <mxPoint x="195" y="340" as="targetPoint" />
          </mxGeometry>
        </mxCell>
        <mxCell id="In8fDh9ZLN2M87an2Miy-233" parent="P7TJZT1PVnBYbLh7lMs1-55" style="rhombus;whiteSpace=wrap;html=1;" value="501" vertex="1">
          <mxGeometry height="80" width="80" x="85" y="300" as="geometry" />
        </mxCell>
        <mxCell id="In8fDh9ZLN2M87an2Miy-238" edge="1" parent="P7TJZT1PVnBYbLh7lMs1-55" source="In8fDh9ZLN2M87an2Miy-235" style="edgeStyle=orthogonalEdgeStyle;rounded=0;orthogonalLoop=1;jettySize=auto;html=1;entryX=0;entryY=0.5;entryDx=0;entryDy=0;" target="In8fDh9ZLN2M87an2Miy-237" value="">
          <mxGeometry relative="1" as="geometry">
            <mxPoint x="265" y="592.5" as="targetPoint" />
          </mxGeometry>
        </mxCell>
        <mxCell id="In8fDh9ZLN2M87an2Miy-240" edge="1" parent="P7TJZT1PVnBYbLh7lMs1-55" source="In8fDh9ZLN2M87an2Miy-235" style="edgeStyle=orthogonalEdgeStyle;rounded=0;orthogonalLoop=1;jettySize=auto;html=1;" target="In8fDh9ZLN2M87an2Miy-239" value="">
          <mxGeometry relative="1" as="geometry" />
        </mxCell>
        <mxCell id="In8fDh9ZLN2M87an2Miy-235" parent="P7TJZT1PVnBYbLh7lMs1-55" style="rhombus;whiteSpace=wrap;html=1;" value="timeout, http err" vertex="1">
          <mxGeometry height="125" width="120" x="65" y="530" as="geometry" />
        </mxCell>
        <mxCell id="In8fDh9ZLN2M87an2Miy-237" parent="P7TJZT1PVnBYbLh7lMs1-55" style="whiteSpace=wrap;html=1;" value="return err msg&lt;br&gt;try again" vertex="1">
          <mxGeometry height="60" width="120" x="285" y="562.5" as="geometry" />
        </mxCell>
        <mxCell id="P7TJZT1PVnBYbLh7lMs1-54" edge="1" parent="P7TJZT1PVnBYbLh7lMs1-55" source="In8fDh9ZLN2M87an2Miy-239" style="edgeStyle=orthogonalEdgeStyle;rounded=0;orthogonalLoop=1;jettySize=auto;html=1;" target="P7TJZT1PVnBYbLh7lMs1-53" value="">
          <mxGeometry relative="1" as="geometry" />
        </mxCell>
        <mxCell id="In8fDh9ZLN2M87an2Miy-239" parent="P7TJZT1PVnBYbLh7lMs1-55" style="whiteSpace=wrap;html=1;" value="return err msg&lt;br&gt;try again?" vertex="1">
          <mxGeometry height="60" width="120" x="65" y="717.5" as="geometry" />
        </mxCell>
        <mxCell id="In8fDh9ZLN2M87an2Miy-241" parent="P7TJZT1PVnBYbLh7lMs1-55" style="whiteSpace=wrap;html=1;" value="return err msg?" vertex="1">
          <mxGeometry height="60" width="120" x="275" y="310" as="geometry" />
        </mxCell>
        <mxCell id="P7TJZT1PVnBYbLh7lMs1-53" parent="P7TJZT1PVnBYbLh7lMs1-55" style="whiteSpace=wrap;html=1;" value="return err msg&lt;br&gt;try again?" vertex="1">
          <mxGeometry height="60" width="120" x="65" y="577.5" as="geometry" />
        </mxCell>
-         <mxCell id="P7TJZT1PVnBYbLh7lMs1-57" edge="1" parent="1" source="In8fDh9ZLN2M87an2Miy-228" style="edgeStyle=orthogonalEdgeStyle;rounded=0;orthogonalLoop=1;jettySize=auto;html=1;" target="In8fDh9ZLN2M87an2Miy-161">
+         <mxCell id="P7TJZT1PVnBYbLh7lMs1-61" edge="1" parent="1" source="P7TJZT1PVnBYbLh7lMs1-59" style="edgeStyle=orthogonalEdgeStyle;rounded=0;orthogonalLoop=1;jettySize=auto;html=1;entryX=1;entryY=0.5;entryDx=0;entryDy=0;" target="In8fDh9ZLN2M87an2Miy-241">
+           <mxGeometry relative="1" as="geometry" />
+         </mxCell>
+         <mxCell id="P7TJZT1PVnBYbLh7lMs1-62" edge="1" parent="1" source="P7TJZT1PVnBYbLh7lMs1-59" style="edgeStyle=orthogonalEdgeStyle;rounded=0;orthogonalLoop=1;jettySize=auto;html=1;entryX=0;entryY=0.5;entryDx=0;entryDy=0;" target="In8fDh9ZLN2M87an2Miy-161">
+           <mxGeometry relative="1" as="geometry" />
+         </mxCell>
+         <mxCell id="P7TJZT1PVnBYbLh7lMs1-59" parent="1" style="rhombus;whiteSpace=wrap;html=1;" value="line account max &lt;br&gt;not equals&lt;br&gt;credit_limit_max" vertex="1">
+           <mxGeometry height="280" width="290" x="240" y="995" as="geometry" />
+         </mxCell>
+         <mxCell id="P7TJZT1PVnBYbLh7lMs1-60" edge="1" parent="1" source="In8fDh9ZLN2M87an2Miy-228" style="edgeStyle=orthogonalEdgeStyle;rounded=0;orthogonalLoop=1;jettySize=auto;html=1;" target="P7TJZT1PVnBYbLh7lMs1-59" value="">
          <mxGeometry relative="1" as="geometry" />
        </mxCell>
      </root>
    </mxGraphModel>
  </diagram>
</mxfile>
